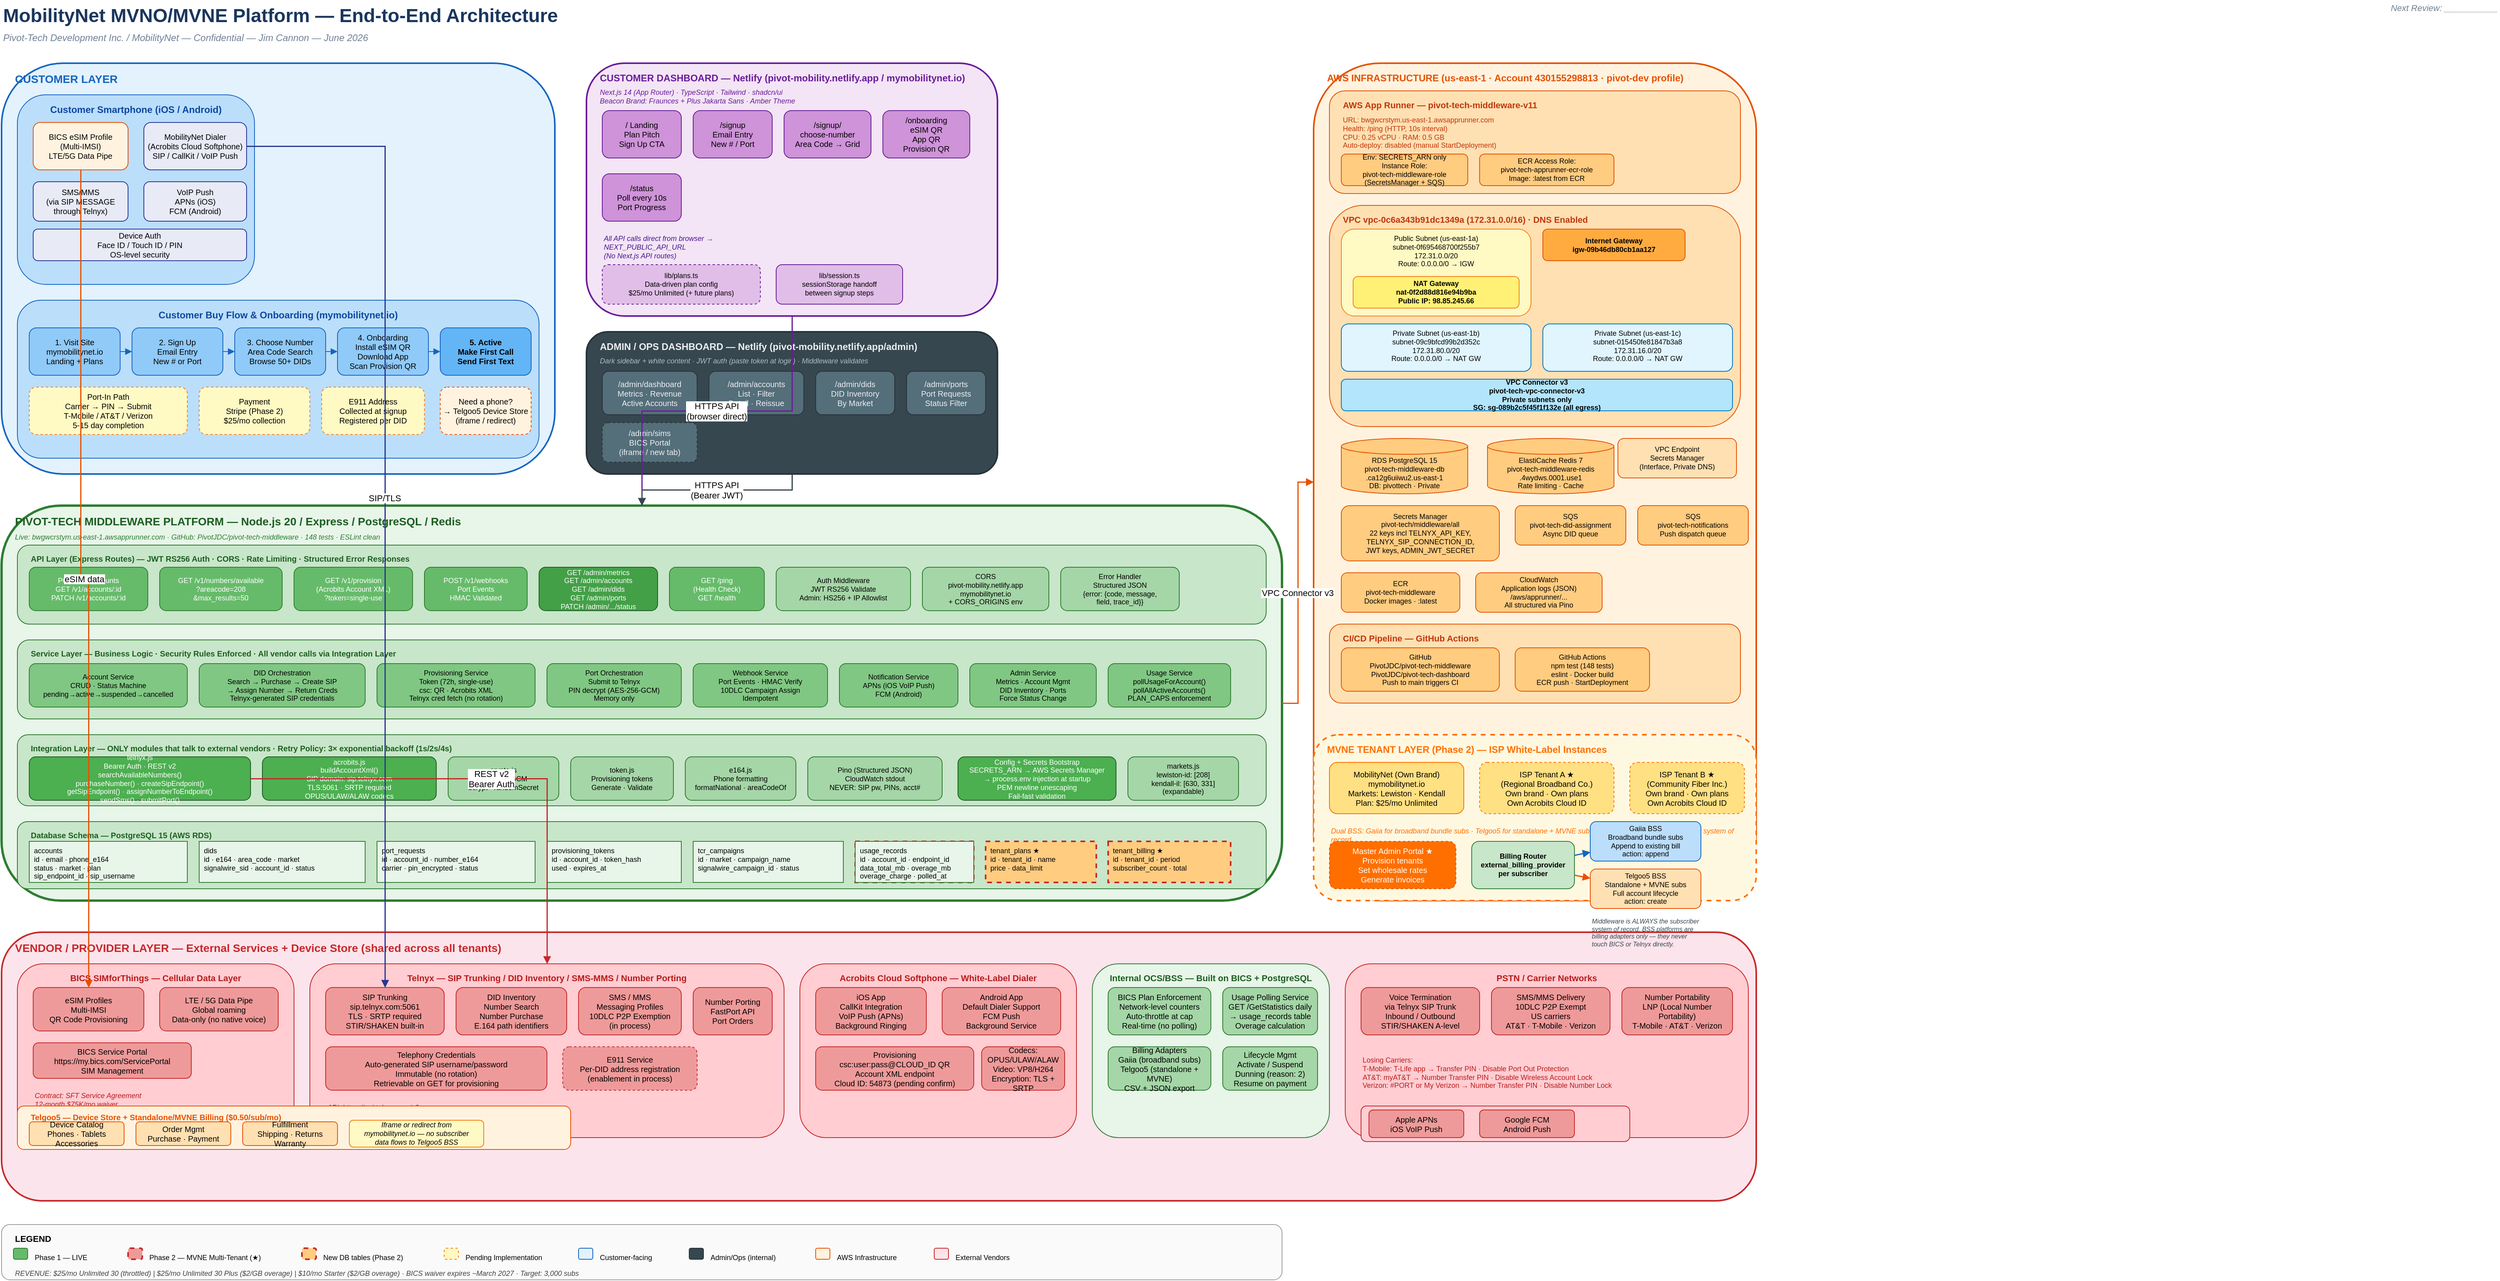
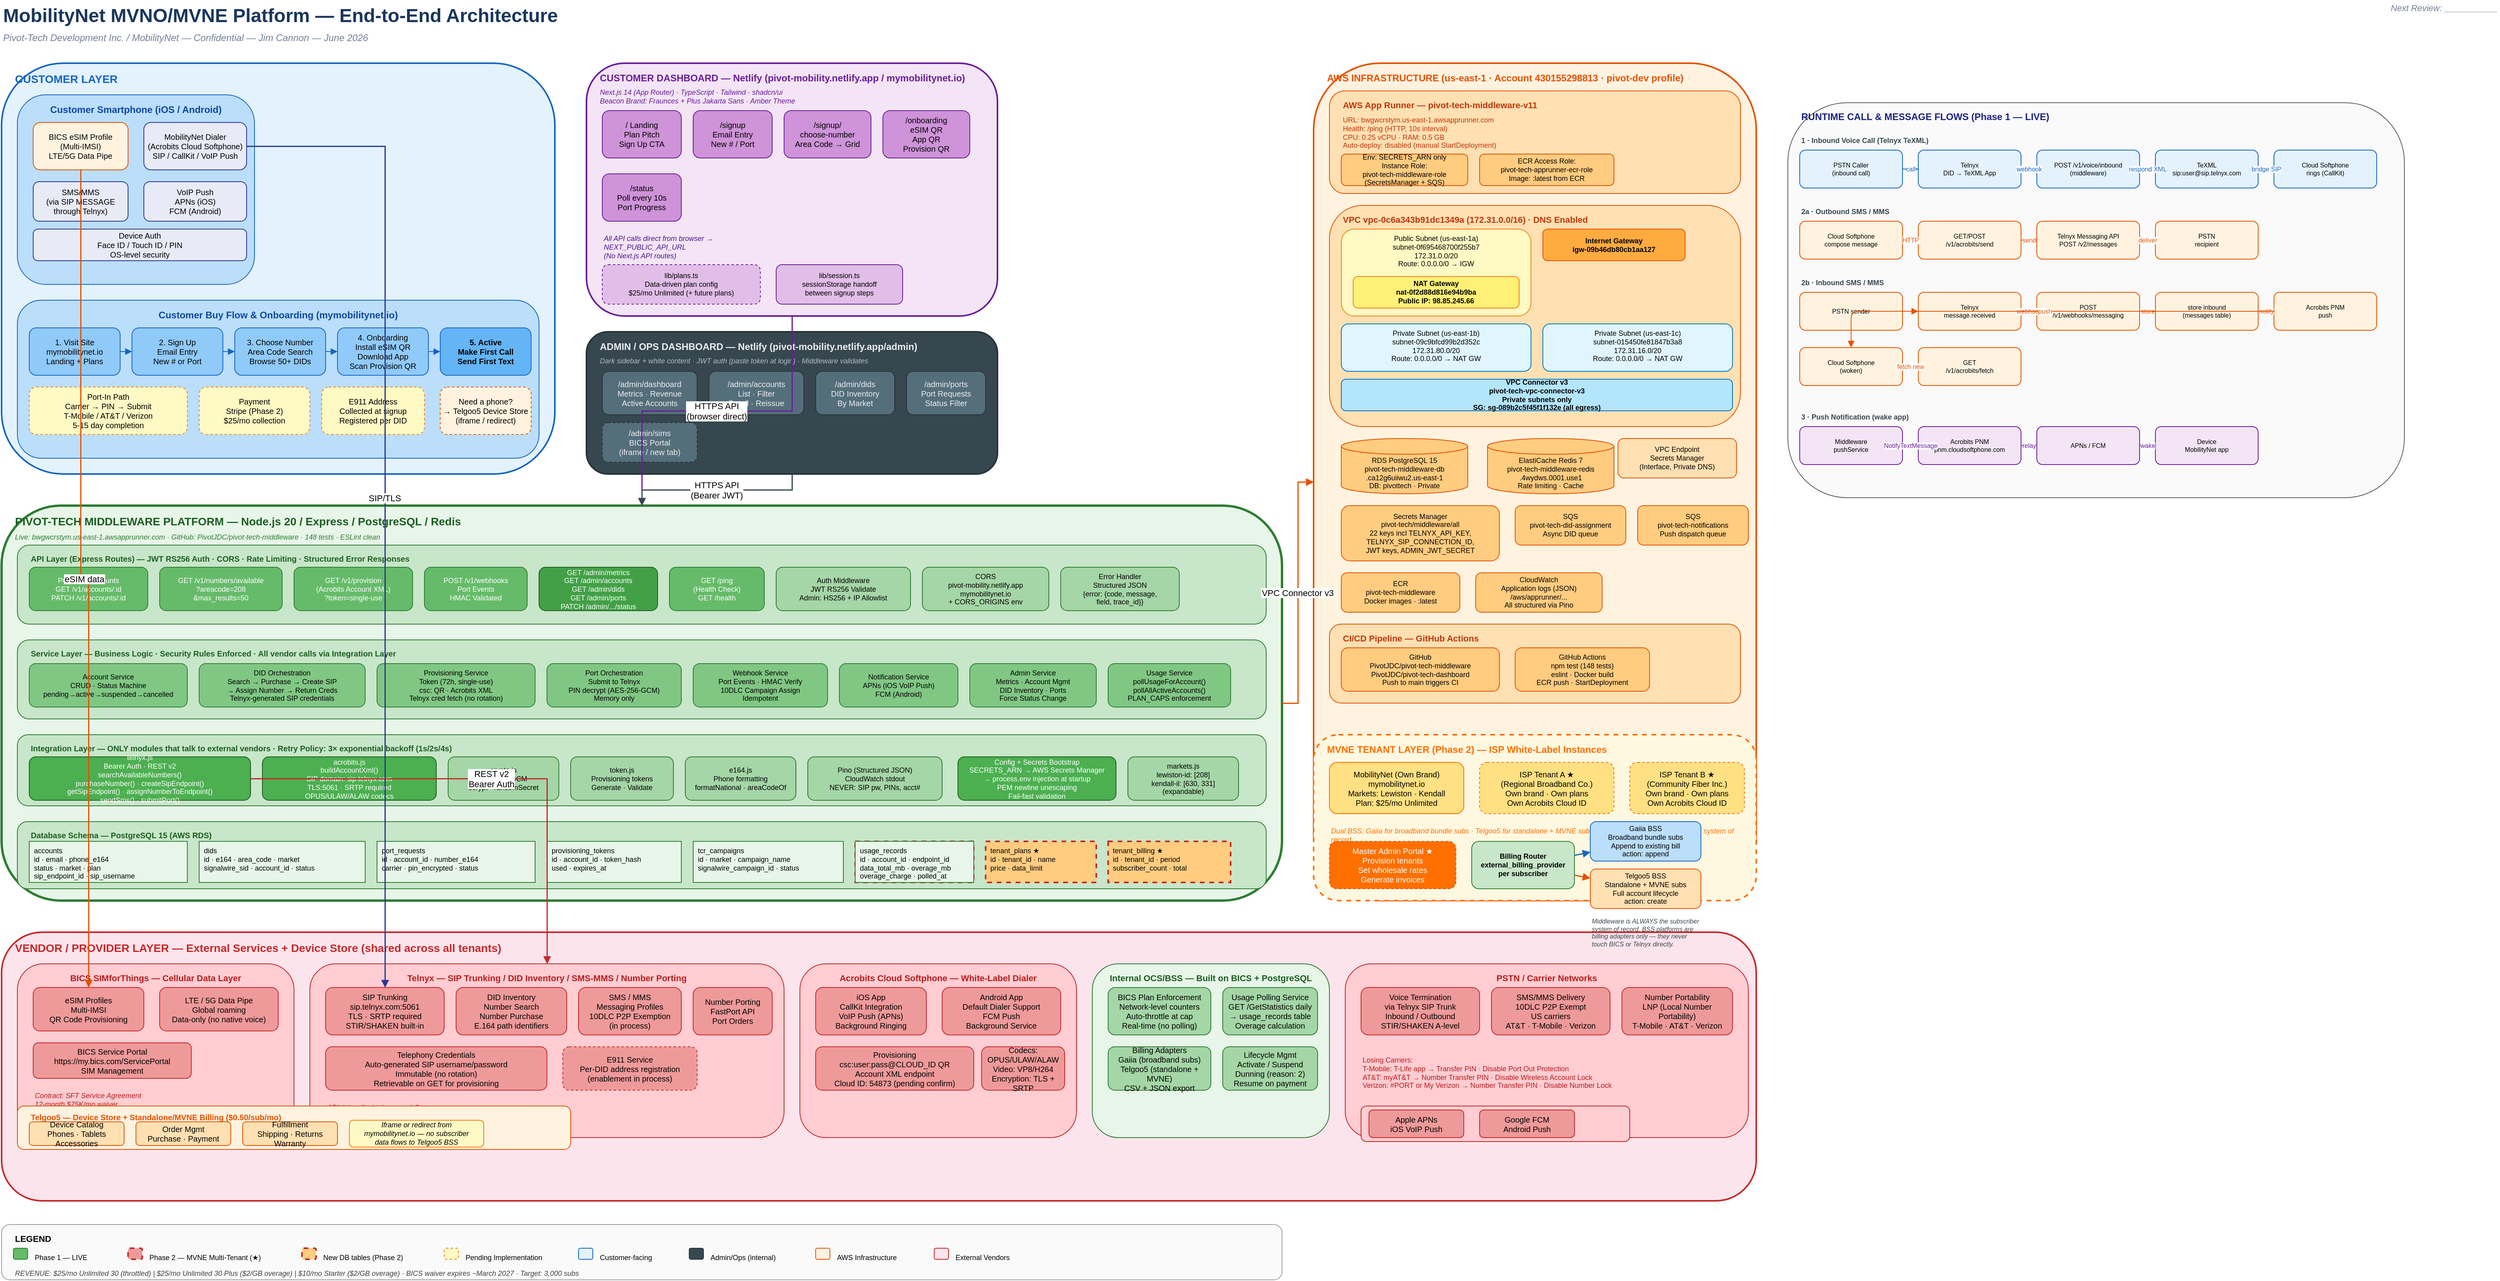
<?xml version="1.0" encoding="UTF-8"?>
<mxfile host="app.diagrams.net" modified="2026-06-24T00:00:00.000Z" agent="Pivot-Tech" version="24.7.6" type="device">
  <diagram id="mobilitynet-e2e" name="MobilityNet E2E Architecture"><mxGraphModel dx="2800" dy="2000" grid="1" gridSize="10" guides="1" tooltips="1" connect="1" arrows="1" fold="1" page="1" pageScale="1" pageWidth="3300" pageHeight="2550" math="0" shadow="0">
  <root>
    <mxCell id="0" />
    <mxCell id="1" parent="0" />

    <!-- ============================================================ -->
    <!-- TITLE BLOCK -->
    <!-- ============================================================ -->
    <mxCell id="title" value="MobilityNet MVNO/MVNE Platform — End-to-End Architecture" style="text;html=1;strokeColor=none;fillColor=none;align=left;verticalAlign=middle;whiteSpace=wrap;rounded=0;fontSize=24;fontStyle=1;fontColor=#1a365d;" vertex="1" parent="1">
      <mxGeometry x="40" y="20" width="1600" height="40" as="geometry" />
    </mxCell>
    <mxCell id="subtitle" value="Pivot-Tech Development Inc. / MobilityNet — Confidential — Jim Cannon — June 2026" style="text;html=1;strokeColor=none;fillColor=none;align=left;verticalAlign=middle;whiteSpace=wrap;rounded=0;fontSize=12;fontStyle=2;fontColor=#718096;" vertex="1" parent="1">
      <mxGeometry x="40" y="58" width="1200" height="20" as="geometry" />
    </mxCell>
    <mxCell id="version" value="Next Review: ___________" style="text;html=1;strokeColor=none;fillColor=none;align=right;verticalAlign=middle;whiteSpace=wrap;rounded=0;fontSize=11;fontStyle=2;fontColor=#718096;" vertex="1" parent="1">
      <mxGeometry x="2800" y="20" width="400" height="20" as="geometry" />
    </mxCell>

    <!-- ============================================================ -->
    <!-- ZONE 1: CUSTOMER LAYER (top-left) -->
    <!-- ============================================================ -->
    <mxCell id="customer_bg" value="" style="rounded=1;whiteSpace=wrap;html=1;fillColor=#e3f2fd;strokeColor=#1565c0;strokeWidth=2;verticalAlign=top;" vertex="1" parent="1">
      <mxGeometry x="40" y="100" width="700" height="520" as="geometry" />
    </mxCell>
    <mxCell id="customer_label" value="CUSTOMER LAYER" style="text;html=1;strokeColor=none;fillColor=none;align=left;verticalAlign=top;whiteSpace=wrap;rounded=0;fontSize=14;fontStyle=1;fontColor=#1565c0;" vertex="1" parent="1">
      <mxGeometry x="55" y="105" width="300" height="24" as="geometry" />
    </mxCell>

    <!-- Customer Device -->
    <mxCell id="cust_device_bg" value="" style="rounded=1;whiteSpace=wrap;html=1;fillColor=#bbdefb;strokeColor=#1565c0;strokeWidth=1;" vertex="1" parent="1">
      <mxGeometry x="60" y="140" width="300" height="240" as="geometry" />
    </mxCell>
    <mxCell id="cust_device_label" value="Customer Smartphone (iOS / Android)" style="text;html=1;strokeColor=none;fillColor=none;align=center;verticalAlign=top;whiteSpace=wrap;rounded=0;fontSize=12;fontStyle=1;fontColor=#0d47a1;" vertex="1" parent="1">
      <mxGeometry x="60" y="145" width="300" height="20" as="geometry" />
    </mxCell>
    <mxCell id="esim" value="BICS eSIM Profile&#xa;(Multi-IMSI)&#xa;LTE/5G Data Pipe" style="rounded=1;whiteSpace=wrap;html=1;fillColor=#fff3e0;strokeColor=#e65100;fontSize=10;fontStyle=0;" vertex="1" parent="1">
      <mxGeometry x="80" y="175" width="120" height="60" as="geometry" />
    </mxCell>
    <mxCell id="dialer_app" value="MobilityNet Dialer&#xa;(Acrobits Cloud Softphone)&#xa;SIP / CallKit / VoIP Push" style="rounded=1;whiteSpace=wrap;html=1;fillColor=#e8eaf6;strokeColor=#283593;fontSize=10;fontStyle=0;" vertex="1" parent="1">
      <mxGeometry x="220" y="175" width="130" height="60" as="geometry" />
    </mxCell>
    <mxCell id="native_sms" value="SMS/MMS&#xa;(via SIP MESSAGE&#xa;through Telnyx)" style="rounded=1;whiteSpace=wrap;html=1;fillColor=#e8eaf6;strokeColor=#283593;fontSize=10;" vertex="1" parent="1">
      <mxGeometry x="80" y="250" width="120" height="50" as="geometry" />
    </mxCell>
    <mxCell id="voip_push" value="VoIP Push&#xa;APNs (iOS)&#xa;FCM (Android)" style="rounded=1;whiteSpace=wrap;html=1;fillColor=#e8eaf6;strokeColor=#283593;fontSize=10;" vertex="1" parent="1">
      <mxGeometry x="220" y="250" width="130" height="50" as="geometry" />
    </mxCell>
    <mxCell id="device_auth" value="Device Auth&#xa;Face ID / Touch ID / PIN&#xa;OS-level security" style="rounded=1;whiteSpace=wrap;html=1;fillColor=#e8eaf6;strokeColor=#283593;fontSize=10;" vertex="1" parent="1">
      <mxGeometry x="80" y="310" width="270" height="40" as="geometry" />
    </mxCell>

    <!-- Customer Journey -->
    <mxCell id="journey_bg" value="" style="rounded=1;whiteSpace=wrap;html=1;fillColor=#bbdefb;strokeColor=#1565c0;strokeWidth=1;" vertex="1" parent="1">
      <mxGeometry x="60" y="400" width="660" height="200" as="geometry" />
    </mxCell>
    <mxCell id="journey_label" value="Customer Buy Flow &amp; Onboarding (mymobilitynet.io)" style="text;html=1;strokeColor=none;fillColor=none;align=center;verticalAlign=top;whiteSpace=wrap;rounded=0;fontSize=12;fontStyle=1;fontColor=#0d47a1;" vertex="1" parent="1">
      <mxGeometry x="60" y="405" width="660" height="20" as="geometry" />
    </mxCell>

    <mxCell id="step1" value="1. Visit Site&#xa;mymobilitynet.io&#xa;Landing + Plans" style="rounded=1;whiteSpace=wrap;html=1;fillColor=#90caf9;strokeColor=#1565c0;fontSize=10;" vertex="1" parent="1">
      <mxGeometry x="75" y="435" width="115" height="60" as="geometry" />
    </mxCell>
    <mxCell id="step2" value="2. Sign Up&#xa;Email Entry&#xa;New # or Port" style="rounded=1;whiteSpace=wrap;html=1;fillColor=#90caf9;strokeColor=#1565c0;fontSize=10;" vertex="1" parent="1">
      <mxGeometry x="205" y="435" width="115" height="60" as="geometry" />
    </mxCell>
    <mxCell id="step3" value="3. Choose Number&#xa;Area Code Search&#xa;Browse 50+ DIDs" style="rounded=1;whiteSpace=wrap;html=1;fillColor=#90caf9;strokeColor=#1565c0;fontSize=10;" vertex="1" parent="1">
      <mxGeometry x="335" y="435" width="115" height="60" as="geometry" />
    </mxCell>
    <mxCell id="step4" value="4. Onboarding&#xa;Install eSIM QR&#xa;Download App&#xa;Scan Provision QR" style="rounded=1;whiteSpace=wrap;html=1;fillColor=#90caf9;strokeColor=#1565c0;fontSize=10;" vertex="1" parent="1">
      <mxGeometry x="465" y="435" width="115" height="60" as="geometry" />
    </mxCell>
    <mxCell id="step5" value="5. Active&#xa;Make First Call&#xa;Send First Text" style="rounded=1;whiteSpace=wrap;html=1;fillColor=#64b5f6;strokeColor=#1565c0;fontSize=10;fontStyle=1;" vertex="1" parent="1">
      <mxGeometry x="595" y="435" width="115" height="60" as="geometry" />
    </mxCell>

    <!-- Arrows between steps -->
    <mxCell id="s1s2" value="" style="endArrow=block;endFill=1;strokeColor=#1565c0;" edge="1" parent="1" source="step1" target="step2"><mxGeometry relative="1" as="geometry" /></mxCell>
    <mxCell id="s2s3" value="" style="endArrow=block;endFill=1;strokeColor=#1565c0;" edge="1" parent="1" source="step2" target="step3"><mxGeometry relative="1" as="geometry" /></mxCell>
    <mxCell id="s3s4" value="" style="endArrow=block;endFill=1;strokeColor=#1565c0;" edge="1" parent="1" source="step3" target="step4"><mxGeometry relative="1" as="geometry" /></mxCell>
    <mxCell id="s4s5" value="" style="endArrow=block;endFill=1;strokeColor=#1565c0;" edge="1" parent="1" source="step4" target="step5"><mxGeometry relative="1" as="geometry" /></mxCell>

    <!-- Port flow -->
    <mxCell id="port_flow" value="Port-In Path&#xa;Carrier → PIN → Submit&#xa;T-Mobile / AT&amp;T / Verizon&#xa;5-15 day completion" style="rounded=1;whiteSpace=wrap;html=1;fillColor=#fff9c4;strokeColor=#f57f17;fontSize=10;dashed=1;" vertex="1" parent="1">
      <mxGeometry x="75" y="510" width="200" height="60" as="geometry" />
    </mxCell>
    <mxCell id="payment_flow" value="Payment&#xa;Stripe (Phase 2)&#xa;$25/mo collection" style="rounded=1;whiteSpace=wrap;html=1;fillColor=#fff9c4;strokeColor=#f57f17;fontSize=10;dashed=1;" vertex="1" parent="1">
      <mxGeometry x="290" y="510" width="140" height="60" as="geometry" />
    </mxCell>
    <mxCell id="e911_flow" value="E911 Address&#xa;Collected at signup&#xa;Registered per DID" style="rounded=1;whiteSpace=wrap;html=1;fillColor=#fff9c4;strokeColor=#f57f17;fontSize=10;dashed=1;" vertex="1" parent="1">
      <mxGeometry x="445" y="510" width="130" height="60" as="geometry" />
    </mxCell>

    <!-- ============================================================ -->
    <!-- ZONE 2: CUSTOMER DASHBOARD (Netlify) -->
    <!-- ============================================================ -->
    <mxCell id="netlify_bg" value="" style="rounded=1;whiteSpace=wrap;html=1;fillColor=#f3e5f5;strokeColor=#6a1b9a;strokeWidth=2;verticalAlign=top;" vertex="1" parent="1">
      <mxGeometry x="780" y="100" width="520" height="320" as="geometry" />
    </mxCell>
    <mxCell id="netlify_label" value="CUSTOMER DASHBOARD — Netlify (pivot-mobility.netlify.app / mymobilitynet.io)" style="text;html=1;strokeColor=none;fillColor=none;align=left;verticalAlign=top;whiteSpace=wrap;rounded=0;fontSize=12;fontStyle=1;fontColor=#6a1b9a;" vertex="1" parent="1">
      <mxGeometry x="795" y="105" width="490" height="20" as="geometry" />
    </mxCell>
    <mxCell id="netlify_stack" value="Next.js 14 (App Router) · TypeScript · Tailwind · shadcn/ui&#xa;Beacon Brand: Fraunces + Plus Jakarta Sans · Amber Theme" style="text;html=1;strokeColor=none;fillColor=none;align=left;verticalAlign=top;whiteSpace=wrap;rounded=0;fontSize=9;fontStyle=2;fontColor=#6a1b9a;" vertex="1" parent="1">
      <mxGeometry x="795" y="125" width="490" height="24" as="geometry" />
    </mxCell>

    <mxCell id="pg_landing" value="/ Landing&#xa;Plan Pitch&#xa;Sign Up CTA" style="rounded=1;whiteSpace=wrap;html=1;fillColor=#ce93d8;strokeColor=#6a1b9a;fontSize=10;" vertex="1" parent="1">
      <mxGeometry x="800" y="160" width="100" height="60" as="geometry" />
    </mxCell>
    <mxCell id="pg_signup" value="/signup&#xa;Email Entry&#xa;New # / Port" style="rounded=1;whiteSpace=wrap;html=1;fillColor=#ce93d8;strokeColor=#6a1b9a;fontSize=10;" vertex="1" parent="1">
      <mxGeometry x="915" y="160" width="100" height="60" as="geometry" />
    </mxCell>
    <mxCell id="pg_choose" value="/signup/&#xa;choose-number&#xa;Area Code → Grid" style="rounded=1;whiteSpace=wrap;html=1;fillColor=#ce93d8;strokeColor=#6a1b9a;fontSize=10;" vertex="1" parent="1">
      <mxGeometry x="1030" y="160" width="110" height="60" as="geometry" />
    </mxCell>
    <mxCell id="pg_onboard" value="/onboarding&#xa;eSIM QR&#xa;App QR&#xa;Provision QR" style="rounded=1;whiteSpace=wrap;html=1;fillColor=#ce93d8;strokeColor=#6a1b9a;fontSize=10;" vertex="1" parent="1">
      <mxGeometry x="1155" y="160" width="110" height="60" as="geometry" />
    </mxCell>
    <mxCell id="pg_status" value="/status&#xa;Poll every 10s&#xa;Port Progress" style="rounded=1;whiteSpace=wrap;html=1;fillColor=#ce93d8;strokeColor=#6a1b9a;fontSize=10;" vertex="1" parent="1">
      <mxGeometry x="800" y="240" width="100" height="60" as="geometry" />
    </mxCell>

    <!-- API calls label -->
    <mxCell id="api_calls_label" value="All API calls direct from browser →&#xa;NEXT_PUBLIC_API_URL&#xa;(No Next.js API routes)" style="text;html=1;strokeColor=none;fillColor=none;align=left;verticalAlign=top;whiteSpace=wrap;rounded=0;fontSize=9;fontStyle=2;fontColor=#4a148c;" vertex="1" parent="1">
      <mxGeometry x="800" y="310" width="200" height="40" as="geometry" />
    </mxCell>

    <!-- Data-driven plans -->
    <mxCell id="plans_config" value="lib/plans.ts&#xa;Data-driven plan config&#xa;$25/mo Unlimited (+ future plans)" style="rounded=1;whiteSpace=wrap;html=1;fillColor=#e1bee7;strokeColor=#6a1b9a;fontSize=9;dashed=1;" vertex="1" parent="1">
      <mxGeometry x="800" y="355" width="200" height="50" as="geometry" />
    </mxCell>
    <mxCell id="session_store" value="lib/session.ts&#xa;sessionStorage handoff&#xa;between signup steps" style="rounded=1;whiteSpace=wrap;html=1;fillColor=#e1bee7;strokeColor=#6a1b9a;fontSize=9;" vertex="1" parent="1">
      <mxGeometry x="1020" y="355" width="160" height="50" as="geometry" />
    </mxCell>

    <!-- ============================================================ -->
    <!-- ZONE 3: ADMIN / OPS DASHBOARD -->
    <!-- ============================================================ -->
    <mxCell id="admin_bg" value="" style="rounded=1;whiteSpace=wrap;html=1;fillColor=#37474f;strokeColor=#263238;strokeWidth=2;verticalAlign=top;" vertex="1" parent="1">
      <mxGeometry x="780" y="440" width="520" height="180" as="geometry" />
    </mxCell>
    <mxCell id="admin_label" value="ADMIN / OPS DASHBOARD — Netlify (pivot-mobility.netlify.app/admin)" style="text;html=1;strokeColor=none;fillColor=none;align=left;verticalAlign=top;whiteSpace=wrap;rounded=0;fontSize=12;fontStyle=1;fontColor=#eceff1;" vertex="1" parent="1">
      <mxGeometry x="795" y="445" width="490" height="20" as="geometry" />
    </mxCell>
    <mxCell id="admin_stack" value="Dark sidebar + white content · JWT auth (paste token at login) · Middleware validates" style="text;html=1;strokeColor=none;fillColor=none;align=left;verticalAlign=top;whiteSpace=wrap;rounded=0;fontSize=9;fontStyle=2;fontColor=#b0bec5;" vertex="1" parent="1">
      <mxGeometry x="795" y="465" width="490" height="16" as="geometry" />
    </mxCell>

    <mxCell id="adm_dash" value="/admin/dashboard&#xa;Metrics · Revenue&#xa;Active Accounts" style="rounded=1;whiteSpace=wrap;html=1;fillColor=#546e7a;strokeColor=#263238;fontColor=#eceff1;fontSize=10;" vertex="1" parent="1">
      <mxGeometry x="800" y="490" width="120" height="55" as="geometry" />
    </mxCell>
    <mxCell id="adm_accts" value="/admin/accounts&#xa;List · Filter&#xa;Detail · Reissue" style="rounded=1;whiteSpace=wrap;html=1;fillColor=#546e7a;strokeColor=#263238;fontColor=#eceff1;fontSize=10;" vertex="1" parent="1">
      <mxGeometry x="935" y="490" width="120" height="55" as="geometry" />
    </mxCell>
    <mxCell id="adm_dids" value="/admin/dids&#xa;DID Inventory&#xa;By Market" style="rounded=1;whiteSpace=wrap;html=1;fillColor=#546e7a;strokeColor=#263238;fontColor=#eceff1;fontSize=10;" vertex="1" parent="1">
      <mxGeometry x="1070" y="490" width="100" height="55" as="geometry" />
    </mxCell>
    <mxCell id="adm_ports" value="/admin/ports&#xa;Port Requests&#xa;Status Filter" style="rounded=1;whiteSpace=wrap;html=1;fillColor=#546e7a;strokeColor=#263238;fontColor=#eceff1;fontSize=10;" vertex="1" parent="1">
      <mxGeometry x="1185" y="490" width="100" height="55" as="geometry" />
    </mxCell>
    <mxCell id="adm_sims" value="/admin/sims&#xa;BICS Portal&#xa;(iframe / new tab)" style="rounded=1;whiteSpace=wrap;html=1;fillColor=#546e7a;strokeColor=#263238;fontColor=#eceff1;fontSize=10;dashed=1;" vertex="1" parent="1">
      <mxGeometry x="800" y="555" width="120" height="50" as="geometry" />
    </mxCell>

    <!-- ============================================================ -->
    <!-- ZONE 4: MIDDLEWARE PLATFORM (center) -->
    <!-- ============================================================ -->
    <mxCell id="mw_bg" value="" style="rounded=1;whiteSpace=wrap;html=1;fillColor=#e8f5e9;strokeColor=#2e7d32;strokeWidth=3;verticalAlign=top;" vertex="1" parent="1">
      <mxGeometry x="40" y="660" width="1620" height="500" as="geometry" />
    </mxCell>
    <mxCell id="mw_label" value="PIVOT-TECH MIDDLEWARE PLATFORM — Node.js 20 / Express / PostgreSQL / Redis" style="text;html=1;strokeColor=none;fillColor=none;align=left;verticalAlign=top;whiteSpace=wrap;rounded=0;fontSize=14;fontStyle=1;fontColor=#1b5e20;" vertex="1" parent="1">
      <mxGeometry x="55" y="665" width="800" height="24" as="geometry" />
    </mxCell>
    <mxCell id="mw_url" value="Live: bwgwcrstym.us-east-1.awsapprunner.com · GitHub: PivotJDC/pivot-tech-middleware · 148 tests · ESLint clean" style="text;html=1;strokeColor=none;fillColor=none;align=left;verticalAlign=top;whiteSpace=wrap;rounded=0;fontSize=9;fontStyle=2;fontColor=#2e7d32;" vertex="1" parent="1">
      <mxGeometry x="55" y="688" width="800" height="16" as="geometry" />
    </mxCell>

    <!-- API Layer -->
    <mxCell id="api_layer_bg" value="" style="rounded=1;whiteSpace=wrap;html=1;fillColor=#c8e6c9;strokeColor=#2e7d32;strokeWidth=1;" vertex="1" parent="1">
      <mxGeometry x="60" y="710" width="1580" height="100" as="geometry" />
    </mxCell>
    <mxCell id="api_layer_label" value="API Layer (Express Routes) — JWT RS256 Auth · CORS · Rate Limiting · Structured Error Responses" style="text;html=1;strokeColor=none;fillColor=none;align=left;verticalAlign=top;whiteSpace=wrap;rounded=0;fontSize=10;fontStyle=1;fontColor=#1b5e20;" vertex="1" parent="1">
      <mxGeometry x="75" y="715" width="700" height="16" as="geometry" />
    </mxCell>

    <mxCell id="rt_accounts" value="POST /v1/accounts&#xa;GET /v1/accounts/:id&#xa;PATCH /v1/accounts/:id" style="rounded=1;whiteSpace=wrap;html=1;fillColor=#66bb6a;strokeColor=#2e7d32;fontSize=9;fontColor=#ffffff;" vertex="1" parent="1">
      <mxGeometry x="75" y="738" width="150" height="55" as="geometry" />
    </mxCell>
    <mxCell id="rt_numbers" value="GET /v1/numbers/available&#xa;?areacode=208&#xa;&amp;max_results=50" style="rounded=1;whiteSpace=wrap;html=1;fillColor=#66bb6a;strokeColor=#2e7d32;fontSize=9;fontColor=#ffffff;" vertex="1" parent="1">
      <mxGeometry x="240" y="738" width="155" height="55" as="geometry" />
    </mxCell>
    <mxCell id="rt_provision" value="GET /v1/provision&#xa;(Acrobits Account XML)&#xa;?token=single-use" style="rounded=1;whiteSpace=wrap;html=1;fillColor=#66bb6a;strokeColor=#2e7d32;fontSize=9;fontColor=#ffffff;" vertex="1" parent="1">
      <mxGeometry x="410" y="738" width="150" height="55" as="geometry" />
    </mxCell>
    <mxCell id="rt_webhooks" value="POST /v1/webhooks&#xa;Port Events&#xa;HMAC Validated" style="rounded=1;whiteSpace=wrap;html=1;fillColor=#66bb6a;strokeColor=#2e7d32;fontSize=9;fontColor=#ffffff;" vertex="1" parent="1">
      <mxGeometry x="575" y="738" width="130" height="55" as="geometry" />
    </mxCell>
    <mxCell id="rt_admin" value="GET /admin/metrics&#xa;GET /admin/accounts&#xa;GET /admin/dids&#xa;GET /admin/ports&#xa;PATCH /admin/.../status" style="rounded=1;whiteSpace=wrap;html=1;fillColor=#43a047;strokeColor=#1b5e20;fontSize=9;fontColor=#ffffff;" vertex="1" parent="1">
      <mxGeometry x="720" y="738" width="150" height="55" as="geometry" />
    </mxCell>
    <mxCell id="rt_ping" value="GET /ping&#xa;(Health Check)&#xa;GET /health" style="rounded=1;whiteSpace=wrap;html=1;fillColor=#66bb6a;strokeColor=#2e7d32;fontSize=9;fontColor=#ffffff;" vertex="1" parent="1">
      <mxGeometry x="885" y="738" width="120" height="55" as="geometry" />
    </mxCell>

    <!-- Middleware -->
    <mxCell id="mw_auth" value="Auth Middleware&#xa;JWT RS256 Validate&#xa;Admin: HS256 + IP Allowlist" style="rounded=1;whiteSpace=wrap;html=1;fillColor=#a5d6a7;strokeColor=#2e7d32;fontSize=9;" vertex="1" parent="1">
      <mxGeometry x="1020" y="738" width="170" height="55" as="geometry" />
    </mxCell>
    <mxCell id="mw_cors" value="CORS&#xa;pivot-mobility.netlify.app&#xa;mymobilitynet.io&#xa;+ CORS_ORIGINS env" style="rounded=1;whiteSpace=wrap;html=1;fillColor=#a5d6a7;strokeColor=#2e7d32;fontSize=9;" vertex="1" parent="1">
      <mxGeometry x="1205" y="738" width="160" height="55" as="geometry" />
    </mxCell>
    <mxCell id="mw_error" value="Error Handler&#xa;Structured JSON&#xa;{error: {code, message,&#xa;field, trace_id}}" style="rounded=1;whiteSpace=wrap;html=1;fillColor=#a5d6a7;strokeColor=#2e7d32;fontSize=9;" vertex="1" parent="1">
      <mxGeometry x="1380" y="738" width="150" height="55" as="geometry" />
    </mxCell>

    <!-- Services Layer -->
    <mxCell id="svc_layer_bg" value="" style="rounded=1;whiteSpace=wrap;html=1;fillColor=#c8e6c9;strokeColor=#2e7d32;strokeWidth=1;" vertex="1" parent="1">
      <mxGeometry x="60" y="830" width="1580" height="100" as="geometry" />
    </mxCell>
    <mxCell id="svc_layer_label" value="Service Layer — Business Logic · Security Rules Enforced · All vendor calls via Integration Layer" style="text;html=1;strokeColor=none;fillColor=none;align=left;verticalAlign=top;whiteSpace=wrap;rounded=0;fontSize=10;fontStyle=1;fontColor=#1b5e20;" vertex="1" parent="1">
      <mxGeometry x="75" y="835" width="700" height="16" as="geometry" />
    </mxCell>

    <mxCell id="svc_account" value="Account Service&#xa;CRUD · Status Machine&#xa;pending→active→suspended→cancelled" style="rounded=1;whiteSpace=wrap;html=1;fillColor=#81c784;strokeColor=#2e7d32;fontSize=9;" vertex="1" parent="1">
      <mxGeometry x="75" y="860" width="200" height="55" as="geometry" />
    </mxCell>
    <mxCell id="svc_did" value="DID Orchestration&#xa;Search → Purchase → Create SIP&#xa;→ Assign Number → Return Creds&#xa;Telnyx-generated SIP credentials" style="rounded=1;whiteSpace=wrap;html=1;fillColor=#81c784;strokeColor=#2e7d32;fontSize=9;" vertex="1" parent="1">
      <mxGeometry x="290" y="860" width="210" height="55" as="geometry" />
    </mxCell>
    <mxCell id="svc_provision" value="Provisioning Service&#xa;Token (72h, single-use)&#xa;csc: QR · Acrobits XML&#xa;Telnyx cred fetch (no rotation)" style="rounded=1;whiteSpace=wrap;html=1;fillColor=#81c784;strokeColor=#2e7d32;fontSize=9;" vertex="1" parent="1">
      <mxGeometry x="515" y="860" width="200" height="55" as="geometry" />
    </mxCell>
    <mxCell id="svc_port" value="Port Orchestration&#xa;Submit to Telnyx&#xa;PIN decrypt (AES-256-GCM)&#xa;Memory only" style="rounded=1;whiteSpace=wrap;html=1;fillColor=#81c784;strokeColor=#2e7d32;fontSize=9;" vertex="1" parent="1">
      <mxGeometry x="730" y="860" width="170" height="55" as="geometry" />
    </mxCell>
    <mxCell id="svc_webhook" value="Webhook Service&#xa;Port Events · HMAC Verify&#xa;10DLC Campaign Assign&#xa;Idempotent" style="rounded=1;whiteSpace=wrap;html=1;fillColor=#81c784;strokeColor=#2e7d32;fontSize=9;" vertex="1" parent="1">
      <mxGeometry x="915" y="860" width="170" height="55" as="geometry" />
    </mxCell>
    <mxCell id="svc_notify" value="Notification Service&#xa;APNs (iOS VoIP Push)&#xa;FCM (Android)" style="rounded=1;whiteSpace=wrap;html=1;fillColor=#81c784;strokeColor=#2e7d32;fontSize=9;" vertex="1" parent="1">
      <mxGeometry x="1100" y="860" width="150" height="55" as="geometry" />
    </mxCell>
    <mxCell id="svc_admin" value="Admin Service&#xa;Metrics · Account Mgmt&#xa;DID Inventory · Ports&#xa;Force Status Change" style="rounded=1;whiteSpace=wrap;html=1;fillColor=#81c784;strokeColor=#2e7d32;fontSize=9;" vertex="1" parent="1">
      <mxGeometry x="1265" y="860" width="160" height="55" as="geometry" />
    </mxCell>
    <!-- Integration Layer -->
    <mxCell id="int_layer_bg" value="" style="rounded=1;whiteSpace=wrap;html=1;fillColor=#c8e6c9;strokeColor=#2e7d32;strokeWidth=1;" vertex="1" parent="1">
      <mxGeometry x="60" y="950" width="1580" height="90" as="geometry" />
    </mxCell>
    <mxCell id="int_layer_label" value="Integration Layer — ONLY modules that talk to external vendors · Retry Policy: 3× exponential backoff (1s/2s/4s)" style="text;html=1;strokeColor=none;fillColor=none;align=left;verticalAlign=top;whiteSpace=wrap;rounded=0;fontSize=10;fontStyle=1;fontColor=#1b5e20;" vertex="1" parent="1">
      <mxGeometry x="75" y="955" width="800" height="16" as="geometry" />
    </mxCell>

    <mxCell id="int_telnyx" value="telnyx.js&#xa;Bearer Auth · REST v2&#xa;searchAvailableNumbers()&#xa;purchaseNumber() · createSipEndpoint()&#xa;getSipEndpoint() · assignNumberToEndpoint()&#xa;sendSms() · submitPort()" style="rounded=1;whiteSpace=wrap;html=1;fillColor=#4caf50;strokeColor=#1b5e20;fontSize=9;fontColor=#ffffff;" vertex="1" parent="1">
      <mxGeometry x="75" y="978" width="280" height="55" as="geometry" />
    </mxCell>
    <mxCell id="int_acrobits" value="acrobits.js&#xa;buildAccountXml()&#xa;SIP domain: sip.telnyx.com&#xa;TLS:5061 · SRTP required&#xa;OPUS/ULAW/ALAW codecs" style="rounded=1;whiteSpace=wrap;html=1;fillColor=#4caf50;strokeColor=#1b5e20;fontSize=9;fontColor=#ffffff;" vertex="1" parent="1">
      <mxGeometry x="370" y="978" width="220" height="55" as="geometry" />
    </mxCell>

    <!-- Utility modules -->
    <mxCell id="util_crypto" value="crypto.js&#xa;AES-256-GCM&#xa;bcrypt · randomSecret" style="rounded=1;whiteSpace=wrap;html=1;fillColor=#a5d6a7;strokeColor=#2e7d32;fontSize=9;" vertex="1" parent="1">
      <mxGeometry x="605" y="978" width="140" height="55" as="geometry" />
    </mxCell>
    <mxCell id="util_token" value="token.js&#xa;Provisioning tokens&#xa;Generate · Validate" style="rounded=1;whiteSpace=wrap;html=1;fillColor=#a5d6a7;strokeColor=#2e7d32;fontSize=9;" vertex="1" parent="1">
      <mxGeometry x="760" y="978" width="130" height="55" as="geometry" />
    </mxCell>
    <mxCell id="util_e164" value="e164.js&#xa;Phone formatting&#xa;formatNational · areaCodeOf" style="rounded=1;whiteSpace=wrap;html=1;fillColor=#a5d6a7;strokeColor=#2e7d32;fontSize=9;" vertex="1" parent="1">
      <mxGeometry x="905" y="978" width="140" height="55" as="geometry" />
    </mxCell>
    <mxCell id="util_logger" value="Pino (Structured JSON)&#xa;CloudWatch stdout&#xa;NEVER: SIP pw, PINs, acct#" style="rounded=1;whiteSpace=wrap;html=1;fillColor=#a5d6a7;strokeColor=#2e7d32;fontSize=9;" vertex="1" parent="1">
      <mxGeometry x="1060" y="978" width="170" height="55" as="geometry" />
    </mxCell>

    <!-- Config / Secrets bootstrap -->
    <mxCell id="config_secrets" value="Config + Secrets Bootstrap&#xa;SECRETS_ARN → AWS Secrets Manager&#xa;→ process.env injection at startup&#xa;PEM newline unescaping&#xa;Fail-fast validation" style="rounded=1;whiteSpace=wrap;html=1;fillColor=#4caf50;strokeColor=#1b5e20;fontSize=9;fontColor=#ffffff;" vertex="1" parent="1">
      <mxGeometry x="1250" y="978" width="200" height="55" as="geometry" />
    </mxCell>
    <mxCell id="markets_config" value="markets.js&#xa;lewiston-id: [208]&#xa;kendall-il: [630, 331]&#xa;(expandable)" style="rounded=1;whiteSpace=wrap;html=1;fillColor=#a5d6a7;strokeColor=#2e7d32;fontSize=9;" vertex="1" parent="1">
      <mxGeometry x="1465" y="978" width="140" height="55" as="geometry" />
    </mxCell>

    <!-- Database schema -->
    <mxCell id="db_layer_bg" value="" style="rounded=1;whiteSpace=wrap;html=1;fillColor=#c8e6c9;strokeColor=#2e7d32;strokeWidth=1;" vertex="1" parent="1">
      <mxGeometry x="60" y="1060" width="1580" height="85" as="geometry" />
    </mxCell>
    <mxCell id="db_layer_label" value="Database Schema — PostgreSQL 15 (AWS RDS)" style="text;html=1;strokeColor=none;fillColor=none;align=left;verticalAlign=top;whiteSpace=wrap;rounded=0;fontSize=10;fontStyle=1;fontColor=#1b5e20;" vertex="1" parent="1">
      <mxGeometry x="75" y="1065" width="400" height="16" as="geometry" />
    </mxCell>

    <mxCell id="tbl_accounts" value="accounts&#xa;id · email · phone_e164&#xa;status · market · plan&#xa;sip_endpoint_id · sip_username" style="rounded=0;whiteSpace=wrap;html=1;fillColor=#e8f5e9;strokeColor=#2e7d32;fontSize=9;align=left;spacingLeft=4;verticalAlign=top;" vertex="1" parent="1">
      <mxGeometry x="75" y="1085" width="200" height="52" as="geometry" />
    </mxCell>
    <mxCell id="tbl_dids" value="dids&#xa;id · e164 · area_code · market&#xa;signalwire_sid · account_id · status" style="rounded=0;whiteSpace=wrap;html=1;fillColor=#e8f5e9;strokeColor=#2e7d32;fontSize=9;align=left;spacingLeft=4;verticalAlign=top;" vertex="1" parent="1">
      <mxGeometry x="290" y="1085" width="210" height="52" as="geometry" />
    </mxCell>
    <mxCell id="tbl_ports" value="port_requests&#xa;id · account_id · number_e164&#xa;carrier · pin_encrypted · status" style="rounded=0;whiteSpace=wrap;html=1;fillColor=#e8f5e9;strokeColor=#2e7d32;fontSize=9;align=left;spacingLeft=4;verticalAlign=top;" vertex="1" parent="1">
      <mxGeometry x="515" y="1085" width="200" height="52" as="geometry" />
    </mxCell>
    <mxCell id="tbl_tokens" value="provisioning_tokens&#xa;id · account_id · token_hash&#xa;used · expires_at" style="rounded=0;whiteSpace=wrap;html=1;fillColor=#e8f5e9;strokeColor=#2e7d32;fontSize=9;align=left;spacingLeft=4;verticalAlign=top;" vertex="1" parent="1">
      <mxGeometry x="730" y="1085" width="170" height="52" as="geometry" />
    </mxCell>
    <mxCell id="tbl_campaigns" value="tcr_campaigns&#xa;id · market · campaign_name&#xa;signalwire_campaign_id · status" style="rounded=0;whiteSpace=wrap;html=1;fillColor=#e8f5e9;strokeColor=#2e7d32;fontSize=9;align=left;spacingLeft=4;verticalAlign=top;" vertex="1" parent="1">
      <mxGeometry x="915" y="1085" width="190" height="52" as="geometry" />
    </mxCell>

    <!-- Phase 2 tenant tables -->
    <mxCell id="tbl_tenants" value="tenants ★&#xa;id · name · slug · brand&#xa;acrobits_cloud_id&#xa;wholesale_rate" style="rounded=0;whiteSpace=wrap;html=1;fillColor=#ffcc80;strokeColor=#c62828;fontSize=9;align=left;spacingLeft=4;verticalAlign=top;dashed=1;strokeWidth=2;" vertex="1" parent="1">
      <mxGeometry x="1120" y="1085" width="150" height="52" as="geometry" />
    </mxCell>
    <mxCell id="tbl_tenant_plans" value="tenant_plans ★&#xa;id · tenant_id · name&#xa;price · data_limit" style="rounded=0;whiteSpace=wrap;html=1;fillColor=#ffcc80;strokeColor=#c62828;fontSize=9;align=left;spacingLeft=4;verticalAlign=top;dashed=1;strokeWidth=2;" vertex="1" parent="1">
      <mxGeometry x="1285" y="1085" width="140" height="52" as="geometry" />
    </mxCell>
    <mxCell id="tbl_tenant_billing" value="tenant_billing ★&#xa;id · tenant_id · period&#xa;subscriber_count · total" style="rounded=0;whiteSpace=wrap;html=1;fillColor=#ffcc80;strokeColor=#c62828;fontSize=9;align=left;spacingLeft=4;verticalAlign=top;dashed=1;strokeWidth=2;" vertex="1" parent="1">
      <mxGeometry x="1440" y="1085" width="155" height="52" as="geometry" />
    </mxCell>

    <!-- ============================================================ -->
    <!-- ZONE 5: AWS INFRASTRUCTURE (right side) -->
    <!-- ============================================================ -->
    <mxCell id="aws_bg" value="" style="rounded=1;whiteSpace=wrap;html=1;fillColor=#fff3e0;strokeColor=#e65100;strokeWidth=2;verticalAlign=top;" vertex="1" parent="1">
      <mxGeometry x="1700" y="100" width="560" height="1060" as="geometry" />
    </mxCell>
    <mxCell id="aws_label" value="AWS INFRASTRUCTURE (us-east-1 · Account 430155298813 · pivot-dev profile)" style="text;html=1;strokeColor=none;fillColor=none;align=left;verticalAlign=top;whiteSpace=wrap;rounded=0;fontSize=12;fontStyle=1;fontColor=#e65100;" vertex="1" parent="1">
      <mxGeometry x="1715" y="105" width="530" height="20" as="geometry" />
    </mxCell>

    <!-- App Runner -->
    <mxCell id="apprunner_bg" value="" style="rounded=1;whiteSpace=wrap;html=1;fillColor=#ffe0b2;strokeColor=#e65100;strokeWidth=1;" vertex="1" parent="1">
      <mxGeometry x="1720" y="135" width="520" height="130" as="geometry" />
    </mxCell>
    <mxCell id="apprunner_label" value="AWS App Runner — pivot-tech-middleware-v11" style="text;html=1;strokeColor=none;fillColor=none;align=left;verticalAlign=top;whiteSpace=wrap;rounded=0;fontSize=11;fontStyle=1;fontColor=#bf360c;" vertex="1" parent="1">
      <mxGeometry x="1735" y="140" width="400" height="18" as="geometry" />
    </mxCell>
    <mxCell id="apprunner_url" value="URL: bwgwcrstym.us-east-1.awsapprunner.com&#xa;Health: /ping (HTTP, 10s interval)&#xa;CPU: 0.25 vCPU · RAM: 0.5 GB&#xa;Auto-deploy: disabled (manual StartDeployment)" style="text;html=1;strokeColor=none;fillColor=none;align=left;verticalAlign=top;whiteSpace=wrap;rounded=0;fontSize=9;fontColor=#bf360c;" vertex="1" parent="1">
      <mxGeometry x="1735" y="160" width="350" height="50" as="geometry" />
    </mxCell>
    <mxCell id="apprunner_env" value="Env: SECRETS_ARN only&#xa;Instance Role:&#xa;pivot-tech-middleware-role&#xa;(SecretsManager + SQS)" style="rounded=1;whiteSpace=wrap;html=1;fillColor=#ffcc80;strokeColor=#e65100;fontSize=9;" vertex="1" parent="1">
      <mxGeometry x="1735" y="215" width="160" height="40" as="geometry" />
    </mxCell>
    <mxCell id="apprunner_ecr" value="ECR Access Role:&#xa;pivot-tech-apprunner-ecr-role&#xa;Image: :latest from ECR" style="rounded=1;whiteSpace=wrap;html=1;fillColor=#ffcc80;strokeColor=#e65100;fontSize=9;" vertex="1" parent="1">
      <mxGeometry x="1910" y="215" width="170" height="40" as="geometry" />
    </mxCell>

    <!-- VPC -->
    <mxCell id="vpc_bg" value="" style="rounded=1;whiteSpace=wrap;html=1;fillColor=#ffe0b2;strokeColor=#e65100;strokeWidth=1;" vertex="1" parent="1">
      <mxGeometry x="1720" y="280" width="520" height="280" as="geometry" />
    </mxCell>
    <mxCell id="vpc_label" value="VPC vpc-0c6a343b91dc1349a (172.31.0.0/16) · DNS Enabled" style="text;html=1;strokeColor=none;fillColor=none;align=left;verticalAlign=top;whiteSpace=wrap;rounded=0;fontSize=11;fontStyle=1;fontColor=#bf360c;" vertex="1" parent="1">
      <mxGeometry x="1735" y="285" width="490" height="18" as="geometry" />
    </mxCell>

    <!-- Public subnet -->
    <mxCell id="pub_subnet" value="Public Subnet (us-east-1a)&#xa;subnet-0f695468700f255b7&#xa;172.31.0.0/20&#xa;Route: 0.0.0.0/0 → IGW" style="rounded=1;whiteSpace=wrap;html=1;fillColor=#fff9c4;strokeColor=#f57f17;fontSize=9;verticalAlign=top;" vertex="1" parent="1">
      <mxGeometry x="1735" y="310" width="240" height="110" as="geometry" />
    </mxCell>
    <mxCell id="nat_gw" value="NAT Gateway&#xa;nat-0f2d88d816e94b9ba&#xa;Public IP: 98.85.245.66" style="rounded=1;whiteSpace=wrap;html=1;fillColor=#fff176;strokeColor=#f57f17;fontSize=9;fontStyle=1;" vertex="1" parent="1">
      <mxGeometry x="1750" y="370" width="210" height="40" as="geometry" />
    </mxCell>
    <mxCell id="igw" value="Internet Gateway&#xa;igw-09b46db80cb1aa127" style="rounded=1;whiteSpace=wrap;html=1;fillColor=#ffab40;strokeColor=#e65100;fontSize=9;fontStyle=1;" vertex="1" parent="1">
      <mxGeometry x="1990" y="310" width="180" height="40" as="geometry" />
    </mxCell>

    <!-- Private subnets -->
    <mxCell id="priv_subnet_b" value="Private Subnet (us-east-1b)&#xa;subnet-09c9bfcd99b2d352c&#xa;172.31.80.0/20&#xa;Route: 0.0.0.0/0 → NAT GW" style="rounded=1;whiteSpace=wrap;html=1;fillColor=#e1f5fe;strokeColor=#0277bd;fontSize=9;verticalAlign=top;" vertex="1" parent="1">
      <mxGeometry x="1735" y="430" width="240" height="60" as="geometry" />
    </mxCell>
    <mxCell id="priv_subnet_c" value="Private Subnet (us-east-1c)&#xa;subnet-015450fe81847b3a8&#xa;172.31.16.0/20&#xa;Route: 0.0.0.0/0 → NAT GW" style="rounded=1;whiteSpace=wrap;html=1;fillColor=#e1f5fe;strokeColor=#0277bd;fontSize=9;verticalAlign=top;" vertex="1" parent="1">
      <mxGeometry x="1990" y="430" width="240" height="60" as="geometry" />
    </mxCell>
    <mxCell id="vpc_connector" value="VPC Connector v3&#xa;pivot-tech-vpc-connector-v3&#xa;Private subnets only&#xa;SG: sg-089b2c5f45f1f132e (all egress)" style="rounded=1;whiteSpace=wrap;html=1;fillColor=#b3e5fc;strokeColor=#0277bd;fontSize=9;fontStyle=1;" vertex="1" parent="1">
      <mxGeometry x="1735" y="500" width="495" height="40" as="geometry" />
    </mxCell>

    <!-- Data stores -->
    <mxCell id="rds" value="RDS PostgreSQL 15&#xa;pivot-tech-middleware-db&#xa;.ca12g6uiiwu2.us-east-1&#xa;DB: pivottech · Private" style="shape=cylinder3;whiteSpace=wrap;html=1;boundedLbl=1;backgroundOutline=1;size=10;fillColor=#ffcc80;strokeColor=#e65100;fontSize=9;" vertex="1" parent="1">
      <mxGeometry x="1735" y="575" width="160" height="70" as="geometry" />
    </mxCell>
    <mxCell id="redis" value="ElastiCache Redis 7&#xa;pivot-tech-middleware-redis&#xa;.4wydws.0001.use1&#xa;Rate limiting · Cache" style="shape=cylinder3;whiteSpace=wrap;html=1;boundedLbl=1;backgroundOutline=1;size=10;fillColor=#ffcc80;strokeColor=#e65100;fontSize=9;" vertex="1" parent="1">
      <mxGeometry x="1920" y="575" width="160" height="70" as="geometry" />
    </mxCell>

    <!-- Other AWS services -->
    <mxCell id="secrets_mgr" value="Secrets Manager&#xa;pivot-tech/middleware/all&#xa;22 keys incl TELNYX_API_KEY,&#xa;TELNYX_SIP_CONNECTION_ID,&#xa;JWT keys, ADMIN_JWT_SECRET" style="rounded=1;whiteSpace=wrap;html=1;fillColor=#ffcc80;strokeColor=#e65100;fontSize=9;" vertex="1" parent="1">
      <mxGeometry x="1735" y="660" width="200" height="70" as="geometry" />
    </mxCell>
    <mxCell id="sqs_did" value="SQS&#xa;pivot-tech-did-assignment&#xa;Async DID queue" style="rounded=1;whiteSpace=wrap;html=1;fillColor=#ffcc80;strokeColor=#e65100;fontSize=9;" vertex="1" parent="1">
      <mxGeometry x="1955" y="660" width="140" height="50" as="geometry" />
    </mxCell>
    <mxCell id="sqs_notify" value="SQS&#xa;pivot-tech-notifications&#xa;Push dispatch queue" style="rounded=1;whiteSpace=wrap;html=1;fillColor=#ffcc80;strokeColor=#e65100;fontSize=9;" vertex="1" parent="1">
      <mxGeometry x="2110" y="660" width="140" height="50" as="geometry" />
    </mxCell>
    <mxCell id="ecr" value="ECR&#xa;pivot-tech-middleware&#xa;Docker images · :latest" style="rounded=1;whiteSpace=wrap;html=1;fillColor=#ffcc80;strokeColor=#e65100;fontSize=9;" vertex="1" parent="1">
      <mxGeometry x="1735" y="745" width="150" height="50" as="geometry" />
    </mxCell>
    <mxCell id="cloudwatch" value="CloudWatch&#xa;Application logs (JSON)&#xa;/aws/apprunner/...&#xa;All structured via Pino" style="rounded=1;whiteSpace=wrap;html=1;fillColor=#ffcc80;strokeColor=#e65100;fontSize=9;" vertex="1" parent="1">
      <mxGeometry x="1905" y="745" width="160" height="50" as="geometry" />
    </mxCell>

    <!-- VPC Endpoints -->
    <mxCell id="vpce_sm" value="VPC Endpoint&#xa;Secrets Manager&#xa;(Interface, Private DNS)" style="rounded=1;whiteSpace=wrap;html=1;fillColor=#ffe0b2;strokeColor=#e65100;fontSize=9;" vertex="1" parent="1">
      <mxGeometry x="2085" y="575" width="150" height="50" as="geometry" />
    </mxCell>

    <!-- CI/CD -->
    <mxCell id="cicd_bg" value="" style="rounded=1;whiteSpace=wrap;html=1;fillColor=#ffe0b2;strokeColor=#e65100;strokeWidth=1;" vertex="1" parent="1">
      <mxGeometry x="1720" y="810" width="520" height="100" as="geometry" />
    </mxCell>
    <mxCell id="cicd_label" value="CI/CD Pipeline — GitHub Actions" style="text;html=1;strokeColor=none;fillColor=none;align=left;verticalAlign=top;whiteSpace=wrap;rounded=0;fontSize=11;fontStyle=1;fontColor=#bf360c;" vertex="1" parent="1">
      <mxGeometry x="1735" y="815" width="300" height="18" as="geometry" />
    </mxCell>
    <mxCell id="github" value="GitHub&#xa;PivotJDC/pivot-tech-middleware&#xa;PivotJDC/pivot-tech-dashboard&#xa;Push to main triggers CI" style="rounded=1;whiteSpace=wrap;html=1;fillColor=#ffcc80;strokeColor=#e65100;fontSize=9;" vertex="1" parent="1">
      <mxGeometry x="1735" y="840" width="200" height="55" as="geometry" />
    </mxCell>
    <mxCell id="ci_pipeline" value="GitHub Actions&#xa;npm test (148 tests)&#xa;eslint · Docker build&#xa;ECR push · StartDeployment" style="rounded=1;whiteSpace=wrap;html=1;fillColor=#ffcc80;strokeColor=#e65100;fontSize=9;" vertex="1" parent="1">
      <mxGeometry x="1955" y="840" width="170" height="55" as="geometry" />
    </mxCell>

    <!-- ============================================================ -->
    <!-- ZONE 6: VENDOR / PROVIDER LAYER (bottom) -->
    <!-- ============================================================ -->
    <mxCell id="vendor_bg" value="" style="rounded=1;whiteSpace=wrap;html=1;fillColor=#fce4ec;strokeColor=#c62828;strokeWidth=2;verticalAlign=top;" vertex="1" parent="1">
      <mxGeometry x="40" y="1200" width="2220" height="340" as="geometry" />
    </mxCell>
    <mxCell id="vendor_label" value="VENDOR / PROVIDER LAYER — External Services + Device Store (shared across all tenants)" style="text;html=1;strokeColor=none;fillColor=none;align=left;verticalAlign=top;whiteSpace=wrap;rounded=0;fontSize=14;fontStyle=1;fontColor=#c62828;" vertex="1" parent="1">
      <mxGeometry x="55" y="1205" width="800" height="24" as="geometry" />
    </mxCell>

    <!-- BICS -->
    <mxCell id="bics_bg" value="" style="rounded=1;whiteSpace=wrap;html=1;fillColor=#ffcdd2;strokeColor=#c62828;strokeWidth=1;" vertex="1" parent="1">
      <mxGeometry x="60" y="1240" width="350" height="220" as="geometry" />
    </mxCell>
    <mxCell id="bics_label" value="BICS SIMforThings — Cellular Data Layer" style="text;html=1;strokeColor=none;fillColor=none;align=center;verticalAlign=top;whiteSpace=wrap;rounded=0;fontSize=11;fontStyle=1;fontColor=#b71c1c;" vertex="1" parent="1">
      <mxGeometry x="60" y="1245" width="350" height="18" as="geometry" />
    </mxCell>
    <mxCell id="bics_esim" value="eSIM Profiles&#xa;Multi-IMSI&#xa;QR Code Provisioning" style="rounded=1;whiteSpace=wrap;html=1;fillColor=#ef9a9a;strokeColor=#c62828;fontSize=10;" vertex="1" parent="1">
      <mxGeometry x="80" y="1270" width="140" height="55" as="geometry" />
    </mxCell>
    <mxCell id="bics_data" value="LTE / 5G Data Pipe&#xa;Global roaming&#xa;Data-only (no native voice)" style="rounded=1;whiteSpace=wrap;html=1;fillColor=#ef9a9a;strokeColor=#c62828;fontSize=10;" vertex="1" parent="1">
      <mxGeometry x="240" y="1270" width="150" height="55" as="geometry" />
    </mxCell>
    <mxCell id="bics_portal" value="BICS Service Portal&#xa;https://my.bics.com/ServicePortal&#xa;SIM Management" style="rounded=1;whiteSpace=wrap;html=1;fillColor=#ef9a9a;strokeColor=#c62828;fontSize=10;" vertex="1" parent="1">
      <mxGeometry x="80" y="1340" width="200" height="45" as="geometry" />
    </mxCell>
    <mxCell id="bics_contract" value="Contract: SFT Service Agreement&#xa;12-month $75K/mo waiver&#xa;~3,000 subs to cover floor&#xa;API: https://api.sft.bics.com/" style="text;html=1;strokeColor=none;fillColor=none;align=left;verticalAlign=top;whiteSpace=wrap;rounded=0;fontSize=9;fontStyle=2;fontColor=#b71c1c;" vertex="1" parent="1">
      <mxGeometry x="80" y="1395" width="300" height="50" as="geometry" />
    </mxCell>

    <!-- Telnyx -->
    <mxCell id="telnyx_bg" value="" style="rounded=1;whiteSpace=wrap;html=1;fillColor=#ffcdd2;strokeColor=#c62828;strokeWidth=1;" vertex="1" parent="1">
      <mxGeometry x="430" y="1240" width="600" height="220" as="geometry" />
    </mxCell>
    <mxCell id="telnyx_label" value="Telnyx — SIP Trunking / DID Inventory / SMS-MMS / Number Porting" style="text;html=1;strokeColor=none;fillColor=none;align=center;verticalAlign=top;whiteSpace=wrap;rounded=0;fontSize=11;fontStyle=1;fontColor=#b71c1c;" vertex="1" parent="1">
      <mxGeometry x="430" y="1245" width="600" height="18" as="geometry" />
    </mxCell>

    <mxCell id="telnyx_sip" value="SIP Trunking&#xa;sip.telnyx.com:5061&#xa;TLS · SRTP required&#xa;STIR/SHAKEN built-in" style="rounded=1;whiteSpace=wrap;html=1;fillColor=#ef9a9a;strokeColor=#c62828;fontSize=10;" vertex="1" parent="1">
      <mxGeometry x="450" y="1270" width="150" height="60" as="geometry" />
    </mxCell>
    <mxCell id="telnyx_did" value="DID Inventory&#xa;Number Search&#xa;Number Purchase&#xa;E.164 path identifiers" style="rounded=1;whiteSpace=wrap;html=1;fillColor=#ef9a9a;strokeColor=#c62828;fontSize=10;" vertex="1" parent="1">
      <mxGeometry x="615" y="1270" width="140" height="60" as="geometry" />
    </mxCell>
    <mxCell id="telnyx_sms" value="SMS / MMS&#xa;Messaging Profiles&#xa;10DLC P2P Exemption&#xa;(in process)" style="rounded=1;whiteSpace=wrap;html=1;fillColor=#ef9a9a;strokeColor=#c62828;fontSize=10;" vertex="1" parent="1">
      <mxGeometry x="770" y="1270" width="130" height="60" as="geometry" />
    </mxCell>
    <mxCell id="telnyx_port" value="Number Porting&#xa;FastPort API&#xa;Port Orders" style="rounded=1;whiteSpace=wrap;html=1;fillColor=#ef9a9a;strokeColor=#c62828;fontSize=10;" vertex="1" parent="1">
      <mxGeometry x="915" y="1270" width="100" height="60" as="geometry" />
    </mxCell>
    <mxCell id="telnyx_cred" value="Telephony Credentials&#xa;Auto-generated SIP username/password&#xa;Immutable (no rotation)&#xa;Retrievable on GET for provisioning" style="rounded=1;whiteSpace=wrap;html=1;fillColor=#ef9a9a;strokeColor=#c62828;fontSize=10;" vertex="1" parent="1">
      <mxGeometry x="450" y="1345" width="280" height="55" as="geometry" />
    </mxCell>
    <mxCell id="telnyx_e911" value="E911 Service&#xa;Per-DID address registration&#xa;(enablement in process)" style="rounded=1;whiteSpace=wrap;html=1;fillColor=#ef9a9a;strokeColor=#c62828;fontSize=10;dashed=1;" vertex="1" parent="1">
      <mxGeometry x="750" y="1345" width="170" height="55" as="geometry" />
    </mxCell>
    <mxCell id="telnyx_api" value="API: https://api.telnyx.com/v2&#xa;Auth: Bearer API Key&#xa;Connection ID: 2984224004669178914&#xa;Messaging Profile: 40019ed1-..." style="text;html=1;strokeColor=none;fillColor=none;align=left;verticalAlign=top;whiteSpace=wrap;rounded=0;fontSize=9;fontStyle=2;fontColor=#b71c1c;" vertex="1" parent="1">
      <mxGeometry x="450" y="1410" width="350" height="50" as="geometry" />
    </mxCell>

    <!-- Acrobits -->
    <mxCell id="acrobits_bg" value="" style="rounded=1;whiteSpace=wrap;html=1;fillColor=#ffcdd2;strokeColor=#c62828;strokeWidth=1;" vertex="1" parent="1">
      <mxGeometry x="1050" y="1240" width="350" height="220" as="geometry" />
    </mxCell>
    <mxCell id="acrobits_label" value="Acrobits Cloud Softphone — White-Label Dialer" style="text;html=1;strokeColor=none;fillColor=none;align=center;verticalAlign=top;whiteSpace=wrap;rounded=0;fontSize=11;fontStyle=1;fontColor=#b71c1c;" vertex="1" parent="1">
      <mxGeometry x="1050" y="1245" width="350" height="18" as="geometry" />
    </mxCell>
    <mxCell id="acrobits_ios" value="iOS App&#xa;CallKit Integration&#xa;VoIP Push (APNs)&#xa;Background Ringing" style="rounded=1;whiteSpace=wrap;html=1;fillColor=#ef9a9a;strokeColor=#c62828;fontSize=10;" vertex="1" parent="1">
      <mxGeometry x="1070" y="1270" width="140" height="60" as="geometry" />
    </mxCell>
    <mxCell id="acrobits_android" value="Android App&#xa;Default Dialer Support&#xa;FCM Push&#xa;Background Service" style="rounded=1;whiteSpace=wrap;html=1;fillColor=#ef9a9a;strokeColor=#c62828;fontSize=10;" vertex="1" parent="1">
      <mxGeometry x="1230" y="1270" width="150" height="60" as="geometry" />
    </mxCell>
    <mxCell id="acrobits_prov" value="Provisioning&#xa;csc:user:pass@CLOUD_ID QR&#xa;Account XML endpoint&#xa;Cloud ID: 54873 (pending confirm)" style="rounded=1;whiteSpace=wrap;html=1;fillColor=#ef9a9a;strokeColor=#c62828;fontSize=10;" vertex="1" parent="1">
      <mxGeometry x="1070" y="1345" width="200" height="55" as="geometry" />
    </mxCell>
    <mxCell id="acrobits_codecs" value="Codecs: OPUS/ULAW/ALAW&#xa;Video: VP8/H264&#xa;Encryption: TLS + SRTP" style="rounded=1;whiteSpace=wrap;html=1;fillColor=#ef9a9a;strokeColor=#c62828;fontSize=10;" vertex="1" parent="1">
      <mxGeometry x="1280" y="1345" width="105" height="55" as="geometry" />
    </mxCell>

    <!-- Telgoo5 -->
    <!-- PSTN -->
    <mxCell id="pstn_bg" value="" style="rounded=1;whiteSpace=wrap;html=1;fillColor=#ffcdd2;strokeColor=#c62828;strokeWidth=1;" vertex="1" parent="1">
      <mxGeometry x="1740" y="1240" width="510" height="220" as="geometry" />
    </mxCell>
    <mxCell id="pstn_label" value="PSTN / Carrier Networks" style="text;html=1;strokeColor=none;fillColor=none;align=center;verticalAlign=top;whiteSpace=wrap;rounded=0;fontSize=11;fontStyle=1;fontColor=#b71c1c;" vertex="1" parent="1">
      <mxGeometry x="1740" y="1245" width="510" height="18" as="geometry" />
    </mxCell>
    <mxCell id="pstn_voice" value="Voice Termination&#xa;via Telnyx SIP Trunk&#xa;Inbound / Outbound&#xa;STIR/SHAKEN A-level" style="rounded=1;whiteSpace=wrap;html=1;fillColor=#ef9a9a;strokeColor=#c62828;fontSize=10;" vertex="1" parent="1">
      <mxGeometry x="1760" y="1270" width="150" height="60" as="geometry" />
    </mxCell>
    <mxCell id="pstn_sms" value="SMS/MMS Delivery&#xa;10DLC P2P Exempt&#xa;US carriers&#xa;AT&amp;T · T-Mobile · Verizon" style="rounded=1;whiteSpace=wrap;html=1;fillColor=#ef9a9a;strokeColor=#c62828;fontSize=10;" vertex="1" parent="1">
      <mxGeometry x="1925" y="1270" width="150" height="60" as="geometry" />
    </mxCell>
    <mxCell id="pstn_port" value="Number Portability&#xa;LNP (Local Number&#xa;Portability)&#xa;T-Mobile · AT&amp;T · Verizon" style="rounded=1;whiteSpace=wrap;html=1;fillColor=#ef9a9a;strokeColor=#c62828;fontSize=10;" vertex="1" parent="1">
      <mxGeometry x="2090" y="1270" width="140" height="60" as="geometry" />
    </mxCell>
    <mxCell id="pstn_carriers" value="Losing Carriers:&#xa;T-Mobile: T-Life app → Transfer PIN · Disable Port Out Protection&#xa;AT&amp;T: myAT&amp;T → Number Transfer PIN · Disable Wireless Account Lock&#xa;Verizon: #PORT or My Verizon → Number Transfer PIN · Disable Number Lock" style="text;html=1;strokeColor=none;fillColor=none;align=left;verticalAlign=top;whiteSpace=wrap;rounded=0;fontSize=9;fontStyle=0;fontColor=#b71c1c;" vertex="1" parent="1">
      <mxGeometry x="1760" y="1350" width="480" height="55" as="geometry" />
    </mxCell>

    <!-- Push notification services -->
    <mxCell id="push_bg" value="" style="rounded=1;whiteSpace=wrap;html=1;fillColor=#ffcdd2;strokeColor=#c62828;strokeWidth=1;" vertex="1" parent="1">
      <mxGeometry x="1760" y="1420" width="340" height="45" as="geometry" />
    </mxCell>
    <mxCell id="push_apns" value="Apple APNs&#xa;iOS VoIP Push" style="rounded=1;whiteSpace=wrap;html=1;fillColor=#ef9a9a;strokeColor=#c62828;fontSize=10;" vertex="1" parent="1">
      <mxGeometry x="1770" y="1425" width="120" height="35" as="geometry" />
    </mxCell>
    <mxCell id="push_fcm" value="Google FCM&#xa;Android Push" style="rounded=1;whiteSpace=wrap;html=1;fillColor=#ef9a9a;strokeColor=#c62828;fontSize=10;" vertex="1" parent="1">
      <mxGeometry x="1910" y="1425" width="120" height="35" as="geometry" />
    </mxCell>

    <!-- ============================================================ -->
    <!-- ZONE 7: MVNE TENANT LAYER (Phase 2, right bottom) -->
    <!-- ============================================================ -->
    <mxCell id="mvne_bg" value="" style="rounded=1;whiteSpace=wrap;html=1;fillColor=#fff8e1;strokeColor=#ff6f00;strokeWidth=2;verticalAlign=top;dashed=1;" vertex="1" parent="1">
      <mxGeometry x="1700" y="950" width="560" height="210" as="geometry" />
    </mxCell>
    <mxCell id="mvne_label" value="MVNE TENANT LAYER (Phase 2) — ISP White-Label Instances" style="text;html=1;strokeColor=none;fillColor=none;align=left;verticalAlign=top;whiteSpace=wrap;rounded=0;fontSize=12;fontStyle=1;fontColor=#ff6f00;" vertex="1" parent="1">
      <mxGeometry x="1715" y="955" width="530" height="20" as="geometry" />
    </mxCell>

    <mxCell id="tenant_own" value="MobilityNet (Own Brand)&#xa;mymobilitynet.io&#xa;Markets: Lewiston · Kendall&#xa;Plan: $25/mo Unlimited" style="rounded=1;whiteSpace=wrap;html=1;fillColor=#ffe082;strokeColor=#ff6f00;fontSize=10;" vertex="1" parent="1">
      <mxGeometry x="1720" y="985" width="170" height="65" as="geometry" />
    </mxCell>
    <mxCell id="tenant_a" value="ISP Tenant A ★&#xa;(Regional Broadband Co.)&#xa;Own brand · Own plans&#xa;Own Acrobits Cloud ID" style="rounded=1;whiteSpace=wrap;html=1;fillColor=#ffe082;strokeColor=#ff6f00;fontSize=10;dashed=1;" vertex="1" parent="1">
      <mxGeometry x="1910" y="985" width="170" height="65" as="geometry" />
    </mxCell>
    <mxCell id="tenant_b" value="ISP Tenant B ★&#xa;(Community Fiber Inc.)&#xa;Own brand · Own plans&#xa;Own Acrobits Cloud ID" style="rounded=1;whiteSpace=wrap;html=1;fillColor=#ffe082;strokeColor=#ff6f00;fontSize=10;dashed=1;" vertex="1" parent="1">
      <mxGeometry x="2100" y="985" width="145" height="65" as="geometry" />
    </mxCell>
    <mxCell id="mvne_billing" value="Dual BSS: Gaiia for broadband bundle subs · Telgoo5 for standalone + MVNE subs · Middleware is always subscriber system of record" style="text;html=1;strokeColor=none;fillColor=none;align=left;verticalAlign=top;whiteSpace=wrap;rounded=0;fontSize=9;fontStyle=2;fontColor=#ff6f00;" vertex="1" parent="1">
      <mxGeometry x="1720" y="1060" width="520" height="16" as="geometry" />
    </mxCell>
    <mxCell id="master_admin" value="Master Admin Portal ★&#xa;Provision tenants&#xa;Set wholesale rates&#xa;Generate invoices" style="rounded=1;whiteSpace=wrap;html=1;fillColor=#ff6f00;strokeColor=#e65100;fontColor=#ffffff;fontSize=10;dashed=1;" vertex="1" parent="1">
      <mxGeometry x="1720" y="1085" width="160" height="60" as="geometry" />
    </mxCell>

    <!-- ============================================================ -->
    <!-- CONNECTOR ARROWS -->
    <!-- ============================================================ -->

    <!-- Customer device → BICS (data) -->
    <mxCell id="arr_dev_bics" value="eSIM data" style="edgeStyle=orthogonalEdgeStyle;rounded=0;strokeColor=#e65100;strokeWidth=1.5;endArrow=block;endFill=1;dashed=0;" edge="1" parent="1" source="esim" target="bics_esim">
      <mxGeometry relative="1" as="geometry" />
    </mxCell>

    <!-- Customer device → Telnyx (SIP) -->
    <mxCell id="arr_dev_telnyx" value="SIP/TLS" style="edgeStyle=orthogonalEdgeStyle;rounded=0;strokeColor=#283593;strokeWidth=1.5;endArrow=block;endFill=1;" edge="1" parent="1" source="dialer_app" target="telnyx_sip">
      <mxGeometry relative="1" as="geometry" />
    </mxCell>

    <!-- Dashboard → Middleware -->
    <mxCell id="arr_dash_mw" value="HTTPS API&#xa;(browser direct)" style="edgeStyle=orthogonalEdgeStyle;rounded=0;strokeColor=#6a1b9a;strokeWidth=1.5;endArrow=block;endFill=1;" edge="1" parent="1" source="netlify_bg" target="mw_bg">
      <mxGeometry relative="1" as="geometry" />
    </mxCell>

    <!-- Admin → Middleware -->
    <mxCell id="arr_admin_mw" value="HTTPS API&#xa;(Bearer JWT)" style="edgeStyle=orthogonalEdgeStyle;rounded=0;strokeColor=#37474f;strokeWidth=1.5;endArrow=block;endFill=1;" edge="1" parent="1" source="admin_bg" target="mw_bg">
      <mxGeometry relative="1" as="geometry" />
    </mxCell>

    <!-- Middleware → Telnyx -->
    <mxCell id="arr_mw_telnyx" value="REST v2&#xa;Bearer Auth" style="edgeStyle=orthogonalEdgeStyle;rounded=0;strokeColor=#c62828;strokeWidth=1.5;endArrow=block;endFill=1;" edge="1" parent="1" source="int_telnyx" target="telnyx_bg">
      <mxGeometry relative="1" as="geometry" />
    </mxCell>

    <!-- Middleware → AWS -->
    <mxCell id="arr_mw_aws" value="VPC Connector v3" style="edgeStyle=orthogonalEdgeStyle;rounded=0;strokeColor=#e65100;strokeWidth=1.5;endArrow=block;endFill=1;" edge="1" parent="1" source="mw_bg" target="aws_bg">
      <mxGeometry relative="1" as="geometry" />
    </mxCell>

    <!-- ============================================================ -->
    <!-- LEGEND -->
    <!-- ============================================================ -->
    <mxCell id="legend_bg" value="" style="rounded=1;whiteSpace=wrap;html=1;fillColor=#fafafa;strokeColor=#9e9e9e;strokeWidth=1;" vertex="1" parent="1">
      <mxGeometry x="40" y="1570" width="1620" height="70" as="geometry" />
    </mxCell>
    <mxCell id="legend_title" value="LEGEND" style="text;html=1;strokeColor=none;fillColor=none;align=left;verticalAlign=top;whiteSpace=wrap;rounded=0;fontSize=11;fontStyle=1;" vertex="1" parent="1">
      <mxGeometry x="55" y="1575" width="100" height="16" as="geometry" />
    </mxCell>

    <mxCell id="leg1" value="" style="rounded=1;fillColor=#66bb6a;strokeColor=#2e7d32;" vertex="1" parent="1">
      <mxGeometry x="55" y="1600" width="18" height="14" as="geometry" />
    </mxCell>
    <mxCell id="leg1t" value="Phase 1 — LIVE" style="text;html=1;strokeColor=none;fillColor=none;align=left;fontSize=9;" vertex="1" parent="1">
      <mxGeometry x="80" y="1600" width="100" height="14" as="geometry" />
    </mxCell>

    <mxCell id="leg2" value="" style="rounded=1;fillColor=#ef9a9a;strokeColor=#c62828;dashed=1;strokeWidth=2;" vertex="1" parent="1">
      <mxGeometry x="200" y="1600" width="18" height="14" as="geometry" />
    </mxCell>
    <mxCell id="leg2t" value="Phase 2 — MVNE Multi-Tenant (★)" style="text;html=1;strokeColor=none;fillColor=none;align=left;fontSize=9;" vertex="1" parent="1">
      <mxGeometry x="225" y="1600" width="180" height="14" as="geometry" />
    </mxCell>

    <mxCell id="leg3" value="" style="rounded=1;fillColor=#ffcc80;strokeColor=#c62828;dashed=1;strokeWidth=2;" vertex="1" parent="1">
      <mxGeometry x="420" y="1600" width="18" height="14" as="geometry" />
    </mxCell>
    <mxCell id="leg3t" value="New DB tables (Phase 2)" style="text;html=1;strokeColor=none;fillColor=none;align=left;fontSize=9;" vertex="1" parent="1">
      <mxGeometry x="445" y="1600" width="140" height="14" as="geometry" />
    </mxCell>

    <mxCell id="leg4" value="" style="rounded=1;fillColor=#fff9c4;strokeColor=#f57f17;dashed=1;" vertex="1" parent="1">
      <mxGeometry x="600" y="1600" width="18" height="14" as="geometry" />
    </mxCell>
    <mxCell id="leg4t" value="Pending Implementation" style="text;html=1;strokeColor=none;fillColor=none;align=left;fontSize=9;" vertex="1" parent="1">
      <mxGeometry x="625" y="1600" width="130" height="14" as="geometry" />
    </mxCell>

    <mxCell id="leg5" value="" style="rounded=1;fillColor=#e3f2fd;strokeColor=#1565c0;" vertex="1" parent="1">
      <mxGeometry x="770" y="1600" width="18" height="14" as="geometry" />
    </mxCell>
    <mxCell id="leg5t" value="Customer-facing" style="text;html=1;strokeColor=none;fillColor=none;align=left;fontSize=9;" vertex="1" parent="1">
      <mxGeometry x="795" y="1600" width="100" height="14" as="geometry" />
    </mxCell>

    <mxCell id="leg6" value="" style="rounded=1;fillColor=#37474f;strokeColor=#263238;" vertex="1" parent="1">
      <mxGeometry x="910" y="1600" width="18" height="14" as="geometry" />
    </mxCell>
    <mxCell id="leg6t" value="Admin/Ops (internal)" style="text;html=1;strokeColor=none;fillColor=none;align=left;fontSize=9;" vertex="1" parent="1">
      <mxGeometry x="935" y="1600" width="120" height="14" as="geometry" />
    </mxCell>

    <mxCell id="leg7" value="" style="rounded=1;fillColor=#fff3e0;strokeColor=#e65100;" vertex="1" parent="1">
      <mxGeometry x="1070" y="1600" width="18" height="14" as="geometry" />
    </mxCell>
    <mxCell id="leg7t" value="AWS Infrastructure" style="text;html=1;strokeColor=none;fillColor=none;align=left;fontSize=9;" vertex="1" parent="1">
      <mxGeometry x="1095" y="1600" width="110" height="14" as="geometry" />
    </mxCell>

    <mxCell id="leg8" value="" style="rounded=1;fillColor=#fce4ec;strokeColor=#c62828;" vertex="1" parent="1">
      <mxGeometry x="1220" y="1600" width="18" height="14" as="geometry" />
    </mxCell>
    <mxCell id="leg8t" value="External Vendors" style="text;html=1;strokeColor=none;fillColor=none;align=left;fontSize=9;" vertex="1" parent="1">
      <mxGeometry x="1245" y="1600" width="100" height="14" as="geometry" />
    </mxCell>

    <!-- Revenue model -->
    <mxCell id="rev_label" value="REVENUE: $25/mo Unlimited 30 (throttled) | $25/mo Unlimited 30 Plus ($2/GB overage) | $10/mo Starter ($2/GB overage) · BICS waiver expires ~March 2027 · Target: 3,000 subs" style="text;html=1;strokeColor=none;fillColor=none;align=left;verticalAlign=top;whiteSpace=wrap;rounded=0;fontSize=9;fontStyle=2;fontColor=#424242;" vertex="1" parent="1">
      <mxGeometry x="55" y="1620" width="1580" height="14" as="geometry" />
    </mxCell>

    <mxCell id="ocs_bg" value="" style="rounded=1;whiteSpace=wrap;html=1;fillColor=#e8f5e9;strokeColor=#2e7d32;strokeWidth=1;" vertex="1" parent="1">
      <mxGeometry x="1420" y="1240" width="300" height="220" as="geometry" />
    </mxCell>
    <mxCell id="ocs_label" value="Internal OCS/BSS — Built on BICS + PostgreSQL" style="text;html=1;strokeColor=none;fillColor=none;align=center;verticalAlign=top;whiteSpace=wrap;rounded=0;fontSize=11;fontStyle=1;fontColor=#1b5e20;" vertex="1" parent="1">
      <mxGeometry x="1420" y="1245" width="300" height="18" as="geometry" />
    </mxCell>
    <mxCell id="ocs_enforce" value="BICS Plan Enforcement&#xa;Network-level counters&#xa;Auto-throttle at cap&#xa;Real-time (no polling)" style="rounded=1;whiteSpace=wrap;html=1;fillColor=#a5d6a7;strokeColor=#2e7d32;fontSize=10;" vertex="1" parent="1">
      <mxGeometry x="1440" y="1270" width="130" height="60" as="geometry" />
    </mxCell>
    <mxCell id="ocs_usage" value="Usage Polling Service&#xa;GET /GetStatistics daily&#xa;→ usage_records table&#xa;Overage calculation" style="rounded=1;whiteSpace=wrap;html=1;fillColor=#a5d6a7;strokeColor=#2e7d32;fontSize=10;" vertex="1" parent="1">
      <mxGeometry x="1585" y="1270" width="120" height="60" as="geometry" />
    </mxCell>
    <mxCell id="ocs_billing" value="Billing Adapters&#xa;Gaiia (broadband subs)&#xa;Telgoo5 (standalone + MVNE)&#xa;CSV + JSON export" style="rounded=1;whiteSpace=wrap;html=1;fillColor=#a5d6a7;strokeColor=#2e7d32;fontSize=10;" vertex="1" parent="1">
      <mxGeometry x="1440" y="1345" width="130" height="55" as="geometry" />
    </mxCell>
    <mxCell id="ocs_lifecycle" value="Lifecycle Mgmt&#xa;Activate / Suspend&#xa;Dunning (reason: 2)&#xa;Resume on payment" style="rounded=1;whiteSpace=wrap;html=1;fillColor=#a5d6a7;strokeColor=#2e7d32;fontSize=10;" vertex="1" parent="1">
      <mxGeometry x="1585" y="1345" width="120" height="55" as="geometry" />
    </mxCell>
    <mxCell id="svc_usage" value="Usage Service&#xa;pollUsageForAccount()&#xa;pollAllActiveAccounts()&#xa;PLAN_CAPS enforcement" style="rounded=1;whiteSpace=wrap;html=1;fillColor=#81c784;strokeColor=#2e7d32;fontSize=9;" vertex="1" parent="1">
      <mxGeometry x="1440" y="860" width="155" height="55" as="geometry" />
    </mxCell>
    <mxCell id="tbl_usage" value="usage_records&#xa;id · account_id · endpoint_id&#xa;data_total_mb · overage_mb&#xa;overage_charge · polled_at" style="rounded=0;whiteSpace=wrap;html=1;fillColor=#e8f5e9;strokeColor=#2e7d32;fontSize=9;align=left;spacingLeft=4;verticalAlign=top;" vertex="1" parent="1">
      <mxGeometry x="1120" y="1085" width="150" height="52" as="geometry" />
    </mxCell>

    <mxCell id="t5store_bg" value="" style="rounded=1;whiteSpace=wrap;html=1;fillColor=#fff3e0;strokeColor=#e65100;strokeWidth=1;" vertex="1" parent="1">
      <mxGeometry x="60" y="1420" width="700" height="55" as="geometry" />
    </mxCell>
    <mxCell id="t5store_label" value="Telgoo5 — Device Store + Standalone/MVNE Billing ($0.50/sub/mo)" style="text;html=1;strokeColor=none;fillColor=none;align=left;verticalAlign=top;whiteSpace=wrap;rounded=0;fontSize=10;fontStyle=1;fontColor=#e65100;" vertex="1" parent="1">
      <mxGeometry x="75" y="1422" width="400" height="16" as="geometry" />
    </mxCell>
    <mxCell id="t5store_catalog" value="Device Catalog&#xa;Phones · Tablets&#xa;Accessories" style="rounded=1;whiteSpace=wrap;html=1;fillColor=#ffe0b2;strokeColor=#e65100;fontSize=10;" vertex="1" parent="1">
      <mxGeometry x="75" y="1440" width="120" height="30" as="geometry" />
    </mxCell>
    <mxCell id="t5store_order" value="Order Mgmt&#xa;Purchase · Payment" style="rounded=1;whiteSpace=wrap;html=1;fillColor=#ffe0b2;strokeColor=#e65100;fontSize=10;" vertex="1" parent="1">
      <mxGeometry x="210" y="1440" width="120" height="30" as="geometry" />
    </mxCell>
    <mxCell id="t5store_fulfill" value="Fulfillment&#xa;Shipping · Returns&#xa;Warranty" style="rounded=1;whiteSpace=wrap;html=1;fillColor=#ffe0b2;strokeColor=#e65100;fontSize=10;" vertex="1" parent="1">
      <mxGeometry x="345" y="1440" width="120" height="30" as="geometry" />
    </mxCell>
    <mxCell id="t5store_note" value="Iframe or redirect from&#xa;mymobilitynet.io — no subscriber&#xa;data flows to Telgoo5 BSS" style="rounded=1;whiteSpace=wrap;html=1;fillColor=#fff9c4;strokeColor=#f57f17;fontSize=9;fontStyle=2;" vertex="1" parent="1">
      <mxGeometry x="480" y="1438" width="170" height="34" as="geometry" />
    </mxCell>
    <mxCell id="device_store_link" value="Need a phone?&#xa;→ Telgoo5 Device Store&#xa;(iframe / redirect)" style="rounded=1;whiteSpace=wrap;html=1;fillColor=#fff3e0;strokeColor=#e65100;fontSize=10;dashed=1;" vertex="1" parent="1">
      <mxGeometry x="595" y="510" width="115" height="60" as="geometry" />
    </mxCell>

    <mxCell id="bss_router" value="Billing Router&#xa;external_billing_provider&#xa;per subscriber" style="rounded=1;whiteSpace=wrap;html=1;fillColor=#c8e6c9;strokeColor=#2e7d32;fontSize=9;fontStyle=1;" vertex="1" parent="1">
      <mxGeometry x="1900" y="1085" width="130" height="60" as="geometry" />
    </mxCell>
    <mxCell id="bss_gaiia" value="Gaiia BSS&#xa;Broadband bundle subs&#xa;Append to existing bill&#xa;action: append" style="rounded=1;whiteSpace=wrap;html=1;fillColor=#bbdefb;strokeColor=#1565c0;fontSize=9;" vertex="1" parent="1">
      <mxGeometry x="2050" y="1060" width="140" height="50" as="geometry" />
    </mxCell>
    <mxCell id="bss_telgoo5" value="Telgoo5 BSS&#xa;Standalone + MVNE subs&#xa;Full account lifecycle&#xa;action: create" style="rounded=1;whiteSpace=wrap;html=1;fillColor=#ffe0b2;strokeColor=#e65100;fontSize=9;" vertex="1" parent="1">
      <mxGeometry x="2050" y="1120" width="140" height="50" as="geometry" />
    </mxCell>
    <mxCell id="arr_router_gaiia" value="" style="endArrow=block;endFill=1;strokeColor=#1565c0;strokeWidth=1.5;" edge="1" parent="1" source="bss_router" target="bss_gaiia">
      <mxGeometry relative="1" as="geometry" />
    </mxCell>
    <mxCell id="arr_router_telgoo" value="" style="endArrow=block;endFill=1;strokeColor=#e65100;strokeWidth=1.5;" edge="1" parent="1" source="bss_router" target="bss_telgoo5">
      <mxGeometry relative="1" as="geometry" />
    </mxCell>
    <mxCell id="bss_sor_note" value="Middleware is ALWAYS the subscriber&#xa;system of record. BSS platforms are&#xa;billing adapters only — they never&#xa;touch BICS or Telnyx directly." style="text;html=1;strokeColor=none;fillColor=none;align=left;verticalAlign=top;whiteSpace=wrap;rounded=0;fontSize=8;fontStyle=2;fontColor=#37474f;" vertex="1" parent="1">
      <mxGeometry x="2050" y="1175" width="190" height="45" as="geometry" />
    </mxCell>
+     <mxCell id="flows_bg" value="" style="rounded=1;whiteSpace=wrap;html=1;fillColor=#fafafa;strokeColor=#616161;strokeWidth=1;" vertex="1" parent="1">
+       <mxGeometry x="2300" y="150" width="780" height="500" as="geometry" />
+     </mxCell>
+     <mxCell id="flows_title" value="RUNTIME CALL &amp; MESSAGE FLOWS (Phase 1 — LIVE)" style="text;html=1;strokeColor=none;fillColor=none;align=left;verticalAlign=middle;fontSize=12;fontStyle=1;fontColor=#1a237e;" vertex="1" parent="1">
+       <mxGeometry x="2315" y="156" width="750" height="24" as="geometry" />
+     </mxCell>
+     <mxCell id="vflbl" value="1 · Inbound Voice Call (Telnyx TeXML)" style="text;html=1;strokeColor=none;fillColor=none;align=left;verticalAlign=middle;fontSize=9;fontStyle=1;fontColor=#37474f;" vertex="1" parent="1">
+       <mxGeometry x="2315" y="190" width="600" height="16" as="geometry" />
+     </mxCell>
+     <mxCell id="vf1" value="PSTN Caller&#xa;(inbound call)" style="rounded=1;whiteSpace=wrap;html=1;fillColor=#e3f2fd;strokeColor=#1565c0;fontSize=8;" vertex="1" parent="1">
+       <mxGeometry x="2315" y="210" width="130" height="48" as="geometry" />
+     </mxCell>
+     <mxCell id="vf2" value="Telnyx&#xa;DID → TeXML App" style="rounded=1;whiteSpace=wrap;html=1;fillColor=#e3f2fd;strokeColor=#1565c0;fontSize=8;" vertex="1" parent="1">
+       <mxGeometry x="2465" y="210" width="130" height="48" as="geometry" />
+     </mxCell>
+     <mxCell id="vf3" value="POST /v1/voice/inbound&#xa;(middleware)" style="rounded=1;whiteSpace=wrap;html=1;fillColor=#e3f2fd;strokeColor=#1565c0;fontSize=8;" vertex="1" parent="1">
+       <mxGeometry x="2615" y="210" width="130" height="48" as="geometry" />
+     </mxCell>
+     <mxCell id="vf4" value="TeXML &lt;Dial&gt;&#xa;sip:user@sip.telnyx.com" style="rounded=1;whiteSpace=wrap;html=1;fillColor=#e3f2fd;strokeColor=#1565c0;fontSize=8;" vertex="1" parent="1">
+       <mxGeometry x="2765" y="210" width="130" height="48" as="geometry" />
+     </mxCell>
+     <mxCell id="vf5" value="Cloud Softphone&#xa;rings (CallKit)" style="rounded=1;whiteSpace=wrap;html=1;fillColor=#e3f2fd;strokeColor=#1565c0;fontSize=8;" vertex="1" parent="1">
+       <mxGeometry x="2915" y="210" width="130" height="48" as="geometry" />
+     </mxCell>
+     <mxCell id="e_vf1" value="call" style="edgeStyle=orthogonalEdgeStyle;rounded=1;html=1;endArrow=block;strokeColor=#1565c0;fontSize=8;fontColor=#1565c0;" edge="1" parent="1" source="vf1" target="vf2">
+       <mxGeometry relative="1" as="geometry" />
+     </mxCell>
+     <mxCell id="e_vf2" value="webhook" style="edgeStyle=orthogonalEdgeStyle;rounded=1;html=1;endArrow=block;strokeColor=#1565c0;fontSize=8;fontColor=#1565c0;" edge="1" parent="1" source="vf2" target="vf3">
+       <mxGeometry relative="1" as="geometry" />
+     </mxCell>
+     <mxCell id="e_vf3" value="respond XML" style="edgeStyle=orthogonalEdgeStyle;rounded=1;html=1;endArrow=block;strokeColor=#1565c0;fontSize=8;fontColor=#1565c0;" edge="1" parent="1" source="vf3" target="vf4">
+       <mxGeometry relative="1" as="geometry" />
+     </mxCell>
+     <mxCell id="e_vf4" value="bridge SIP" style="edgeStyle=orthogonalEdgeStyle;rounded=1;html=1;endArrow=block;strokeColor=#1565c0;fontSize=8;fontColor=#1565c0;" edge="1" parent="1" source="vf4" target="vf5">
+       <mxGeometry relative="1" as="geometry" />
+     </mxCell>
+     <mxCell id="molbl" value="2a · Outbound SMS / MMS" style="text;html=1;strokeColor=none;fillColor=none;align=left;verticalAlign=middle;fontSize=9;fontStyle=1;fontColor=#37474f;" vertex="1" parent="1">
+       <mxGeometry x="2315" y="280" width="600" height="16" as="geometry" />
+     </mxCell>
+     <mxCell id="mo1" value="Cloud Softphone&#xa;compose message" style="rounded=1;whiteSpace=wrap;html=1;fillColor=#fff3e0;strokeColor=#e65100;fontSize=8;" vertex="1" parent="1">
+       <mxGeometry x="2315" y="300" width="130" height="48" as="geometry" />
+     </mxCell>
+     <mxCell id="mo2" value="GET/POST&#xa;/v1/acrobits/send" style="rounded=1;whiteSpace=wrap;html=1;fillColor=#fff3e0;strokeColor=#e65100;fontSize=8;" vertex="1" parent="1">
+       <mxGeometry x="2465" y="300" width="130" height="48" as="geometry" />
+     </mxCell>
+     <mxCell id="mo3" value="Telnyx Messaging API&#xa;POST /v2/messages" style="rounded=1;whiteSpace=wrap;html=1;fillColor=#fff3e0;strokeColor=#e65100;fontSize=8;" vertex="1" parent="1">
+       <mxGeometry x="2615" y="300" width="130" height="48" as="geometry" />
+     </mxCell>
+     <mxCell id="mo4" value="PSTN&#xa;recipient" style="rounded=1;whiteSpace=wrap;html=1;fillColor=#fff3e0;strokeColor=#e65100;fontSize=8;" vertex="1" parent="1">
+       <mxGeometry x="2765" y="300" width="130" height="48" as="geometry" />
+     </mxCell>
+     <mxCell id="e_mo1" value="HTTP" style="edgeStyle=orthogonalEdgeStyle;rounded=1;html=1;endArrow=block;strokeColor=#e65100;fontSize=8;fontColor=#e65100;" edge="1" parent="1" source="mo1" target="mo2">
+       <mxGeometry relative="1" as="geometry" />
+     </mxCell>
+     <mxCell id="e_mo2" value="send" style="edgeStyle=orthogonalEdgeStyle;rounded=1;html=1;endArrow=block;strokeColor=#e65100;fontSize=8;fontColor=#e65100;" edge="1" parent="1" source="mo2" target="mo3">
+       <mxGeometry relative="1" as="geometry" />
+     </mxCell>
+     <mxCell id="e_mo3" value="deliver" style="edgeStyle=orthogonalEdgeStyle;rounded=1;html=1;endArrow=block;strokeColor=#e65100;fontSize=8;fontColor=#e65100;" edge="1" parent="1" source="mo3" target="mo4">
+       <mxGeometry relative="1" as="geometry" />
+     </mxCell>
+     <mxCell id="milbl" value="2b · Inbound SMS / MMS" style="text;html=1;strokeColor=none;fillColor=none;align=left;verticalAlign=middle;fontSize=9;fontStyle=1;fontColor=#37474f;" vertex="1" parent="1">
+       <mxGeometry x="2315" y="370" width="600" height="16" as="geometry" />
+     </mxCell>
+     <mxCell id="mi1" value="PSTN sender" style="rounded=1;whiteSpace=wrap;html=1;fillColor=#fff3e0;strokeColor=#e65100;fontSize=8;" vertex="1" parent="1">
+       <mxGeometry x="2315" y="390" width="130" height="48" as="geometry" />
+     </mxCell>
+     <mxCell id="mi2" value="Telnyx&#xa;message.received" style="rounded=1;whiteSpace=wrap;html=1;fillColor=#fff3e0;strokeColor=#e65100;fontSize=8;" vertex="1" parent="1">
+       <mxGeometry x="2465" y="390" width="130" height="48" as="geometry" />
+     </mxCell>
+     <mxCell id="mi3" value="POST&#xa;/v1/webhooks/messaging" style="rounded=1;whiteSpace=wrap;html=1;fillColor=#fff3e0;strokeColor=#e65100;fontSize=8;" vertex="1" parent="1">
+       <mxGeometry x="2615" y="390" width="130" height="48" as="geometry" />
+     </mxCell>
+     <mxCell id="mi4" value="store inbound&#xa;(messages table)" style="rounded=1;whiteSpace=wrap;html=1;fillColor=#fff3e0;strokeColor=#e65100;fontSize=8;" vertex="1" parent="1">
+       <mxGeometry x="2765" y="390" width="130" height="48" as="geometry" />
+     </mxCell>
+     <mxCell id="mi5" value="Acrobits PNM&#xa;push" style="rounded=1;whiteSpace=wrap;html=1;fillColor=#fff3e0;strokeColor=#e65100;fontSize=8;" vertex="1" parent="1">
+       <mxGeometry x="2915" y="390" width="130" height="48" as="geometry" />
+     </mxCell>
+     <mxCell id="mi6" value="Cloud Softphone&#xa;(woken)" style="rounded=1;whiteSpace=wrap;html=1;fillColor=#fff3e0;strokeColor=#e65100;fontSize=8;" vertex="1" parent="1">
+       <mxGeometry x="2315" y="460" width="130" height="48" as="geometry" />
+     </mxCell>
+     <mxCell id="mi7" value="GET&#xa;/v1/acrobits/fetch" style="rounded=1;whiteSpace=wrap;html=1;fillColor=#fff3e0;strokeColor=#e65100;fontSize=8;" vertex="1" parent="1">
+       <mxGeometry x="2465" y="460" width="130" height="48" as="geometry" />
+     </mxCell>
+     <mxCell id="e_mi1" value="" style="edgeStyle=orthogonalEdgeStyle;rounded=1;html=1;endArrow=block;strokeColor=#e65100;fontSize=8;fontColor=#e65100;" edge="1" parent="1" source="mi1" target="mi2">
+       <mxGeometry relative="1" as="geometry" />
+     </mxCell>
+     <mxCell id="e_mi2" value="webhook" style="edgeStyle=orthogonalEdgeStyle;rounded=1;html=1;endArrow=block;strokeColor=#e65100;fontSize=8;fontColor=#e65100;" edge="1" parent="1" source="mi2" target="mi3">
+       <mxGeometry relative="1" as="geometry" />
+     </mxCell>
+     <mxCell id="e_mi3" value="store" style="edgeStyle=orthogonalEdgeStyle;rounded=1;html=1;endArrow=block;strokeColor=#e65100;fontSize=8;fontColor=#e65100;" edge="1" parent="1" source="mi3" target="mi4">
+       <mxGeometry relative="1" as="geometry" />
+     </mxCell>
+     <mxCell id="e_mi4" value="notify" style="edgeStyle=orthogonalEdgeStyle;rounded=1;html=1;endArrow=block;strokeColor=#e65100;fontSize=8;fontColor=#e65100;" edge="1" parent="1" source="mi4" target="mi5">
+       <mxGeometry relative="1" as="geometry" />
+     </mxCell>
+     <mxCell id="e_mi5" value="push" style="edgeStyle=orthogonalEdgeStyle;rounded=1;html=1;endArrow=block;strokeColor=#e65100;fontSize=8;fontColor=#e65100;" edge="1" parent="1" source="mi5" target="mi6">
+       <mxGeometry relative="1" as="geometry" />
+     </mxCell>
+     <mxCell id="e_mi6" value="fetch new" style="edgeStyle=orthogonalEdgeStyle;rounded=1;html=1;endArrow=block;strokeColor=#e65100;fontSize=8;fontColor=#e65100;" edge="1" parent="1" source="mi6" target="mi7">
+       <mxGeometry relative="1" as="geometry" />
+     </mxCell>
+     <mxCell id="pflbl" value="3 · Push Notification (wake app)" style="text;html=1;strokeColor=none;fillColor=none;align=left;verticalAlign=middle;fontSize=9;fontStyle=1;fontColor=#37474f;" vertex="1" parent="1">
+       <mxGeometry x="2315" y="540" width="600" height="16" as="geometry" />
+     </mxCell>
+     <mxCell id="pf1" value="Middleware&#xa;pushService" style="rounded=1;whiteSpace=wrap;html=1;fillColor=#f3e5f5;strokeColor=#6a1b9a;fontSize=8;" vertex="1" parent="1">
+       <mxGeometry x="2315" y="560" width="130" height="48" as="geometry" />
+     </mxCell>
+     <mxCell id="pf2" value="Acrobits PNM&#xa;pnm.cloudsoftphone.com" style="rounded=1;whiteSpace=wrap;html=1;fillColor=#f3e5f5;strokeColor=#6a1b9a;fontSize=8;" vertex="1" parent="1">
+       <mxGeometry x="2465" y="560" width="130" height="48" as="geometry" />
+     </mxCell>
+     <mxCell id="pf3" value="APNs / FCM" style="rounded=1;whiteSpace=wrap;html=1;fillColor=#f3e5f5;strokeColor=#6a1b9a;fontSize=8;" vertex="1" parent="1">
+       <mxGeometry x="2615" y="560" width="130" height="48" as="geometry" />
+     </mxCell>
+     <mxCell id="pf4" value="Device&#xa;MobilityNet app" style="rounded=1;whiteSpace=wrap;html=1;fillColor=#f3e5f5;strokeColor=#6a1b9a;fontSize=8;" vertex="1" parent="1">
+       <mxGeometry x="2765" y="560" width="130" height="48" as="geometry" />
+     </mxCell>
+     <mxCell id="e_pf1" value="NotifyTextMessage" style="edgeStyle=orthogonalEdgeStyle;rounded=1;html=1;endArrow=block;strokeColor=#6a1b9a;fontSize=8;fontColor=#6a1b9a;" edge="1" parent="1" source="pf1" target="pf2">
+       <mxGeometry relative="1" as="geometry" />
+     </mxCell>
+     <mxCell id="e_pf2" value="relay" style="edgeStyle=orthogonalEdgeStyle;rounded=1;html=1;endArrow=block;strokeColor=#6a1b9a;fontSize=8;fontColor=#6a1b9a;" edge="1" parent="1" source="pf2" target="pf3">
+       <mxGeometry relative="1" as="geometry" />
+     </mxCell>
+     <mxCell id="e_pf3" value="wake" style="edgeStyle=orthogonalEdgeStyle;rounded=1;html=1;endArrow=block;strokeColor=#6a1b9a;fontSize=8;fontColor=#6a1b9a;" edge="1" parent="1" source="pf3" target="pf4">
+       <mxGeometry relative="1" as="geometry" />
+     </mxCell>
  </root>
</mxGraphModel></diagram>
</mxfile>